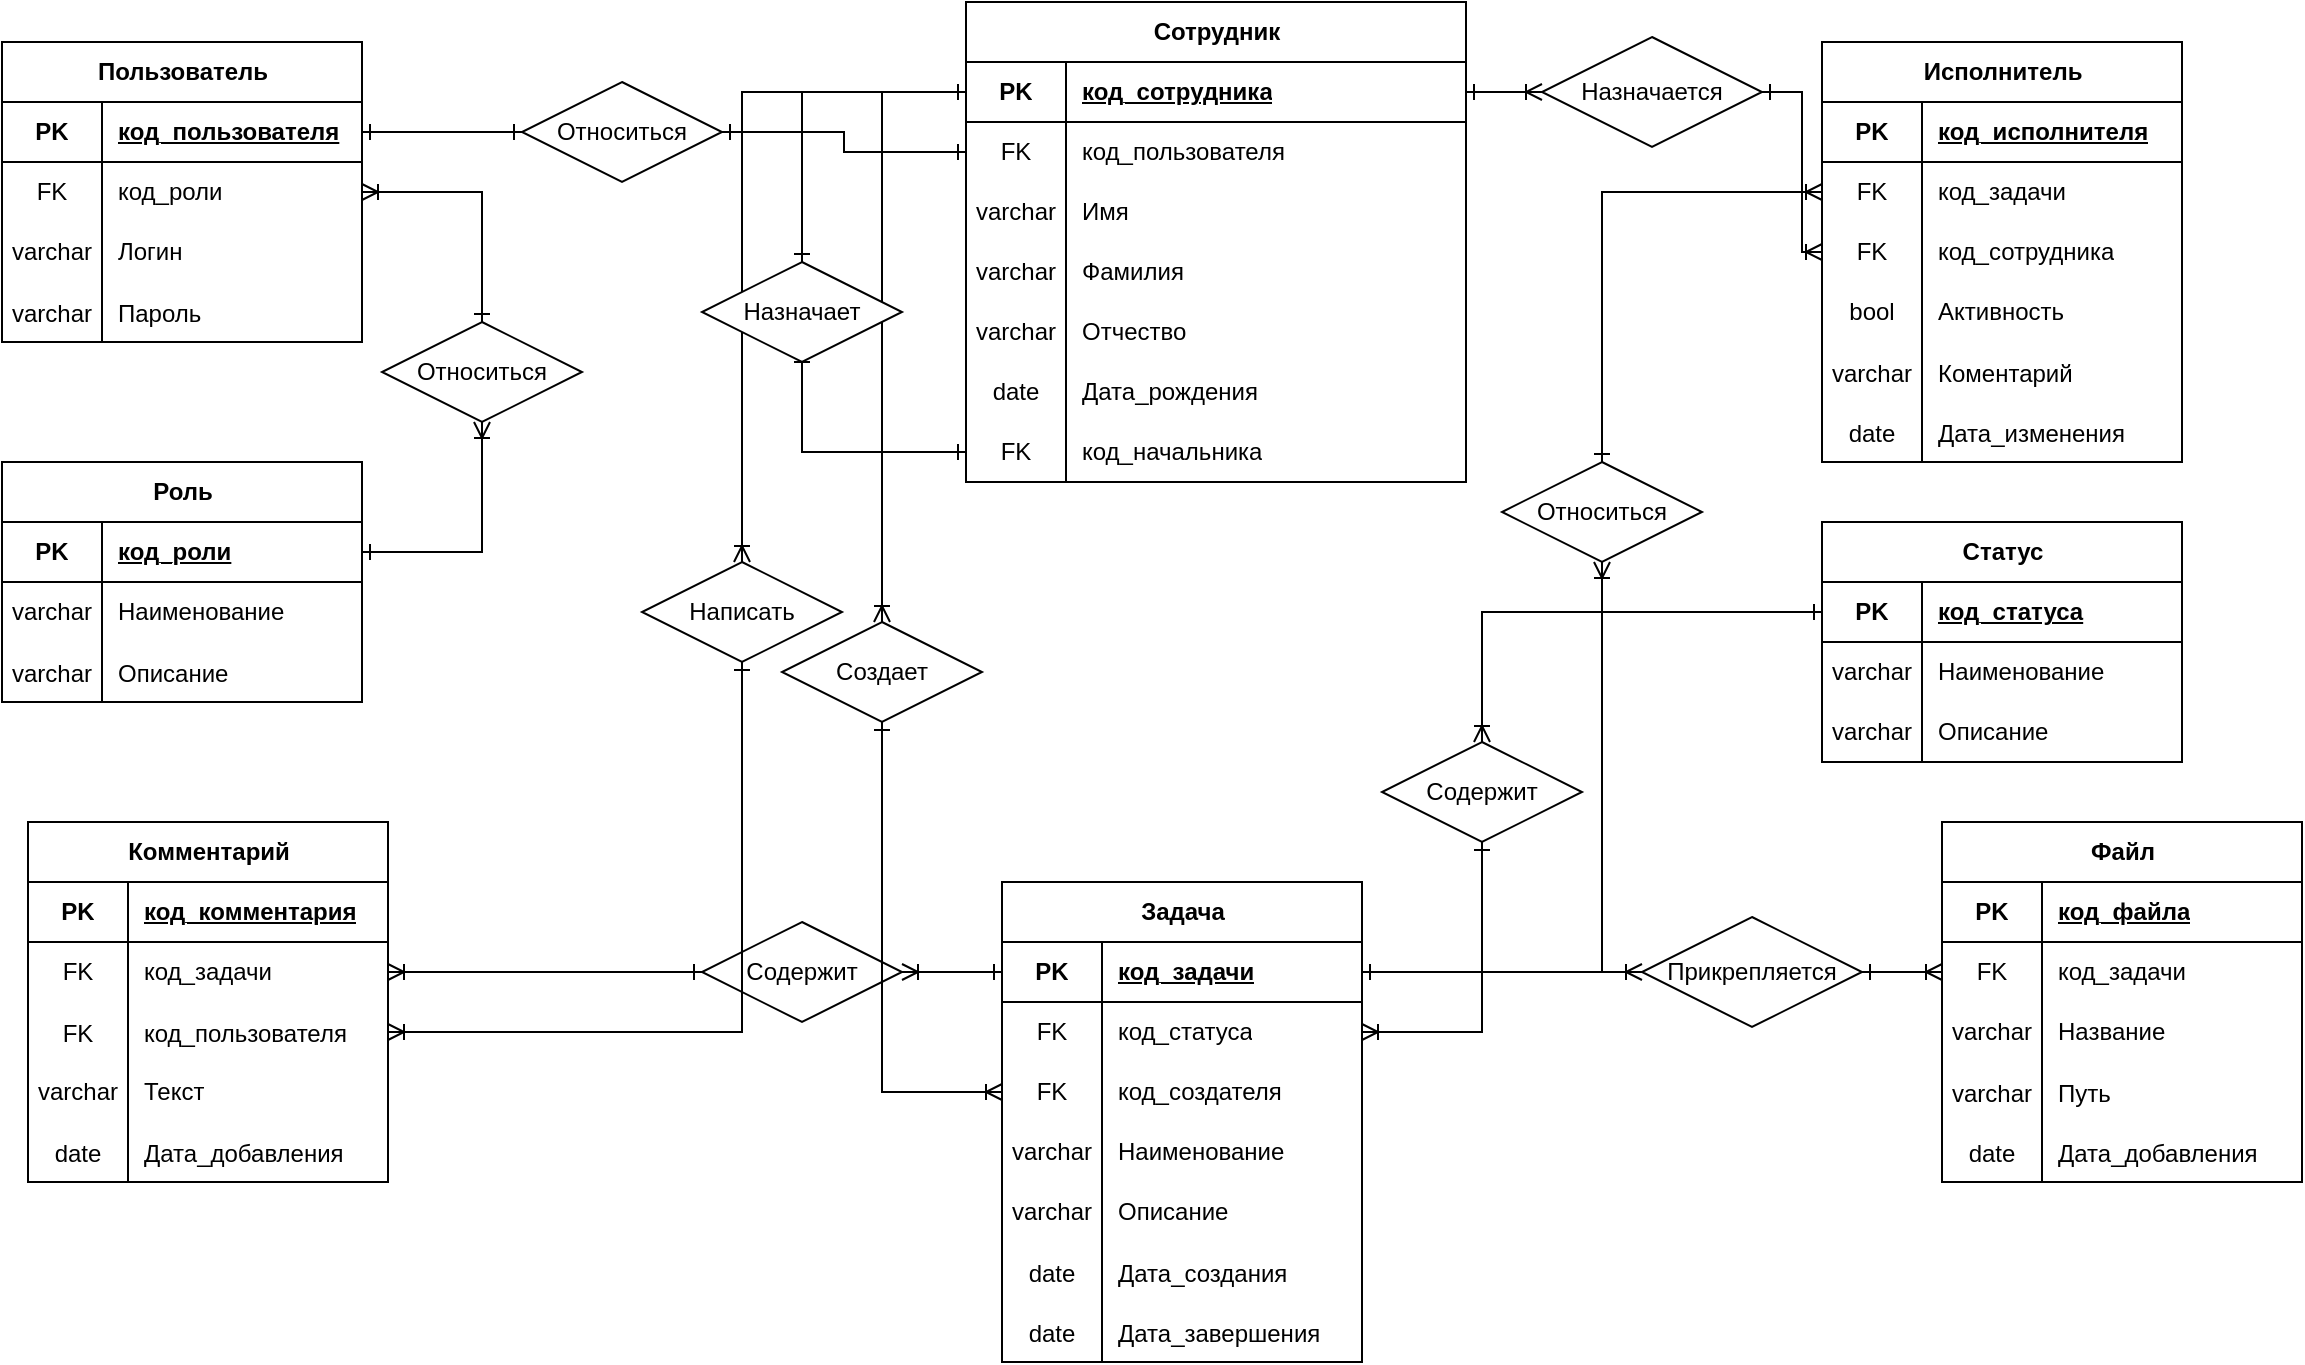
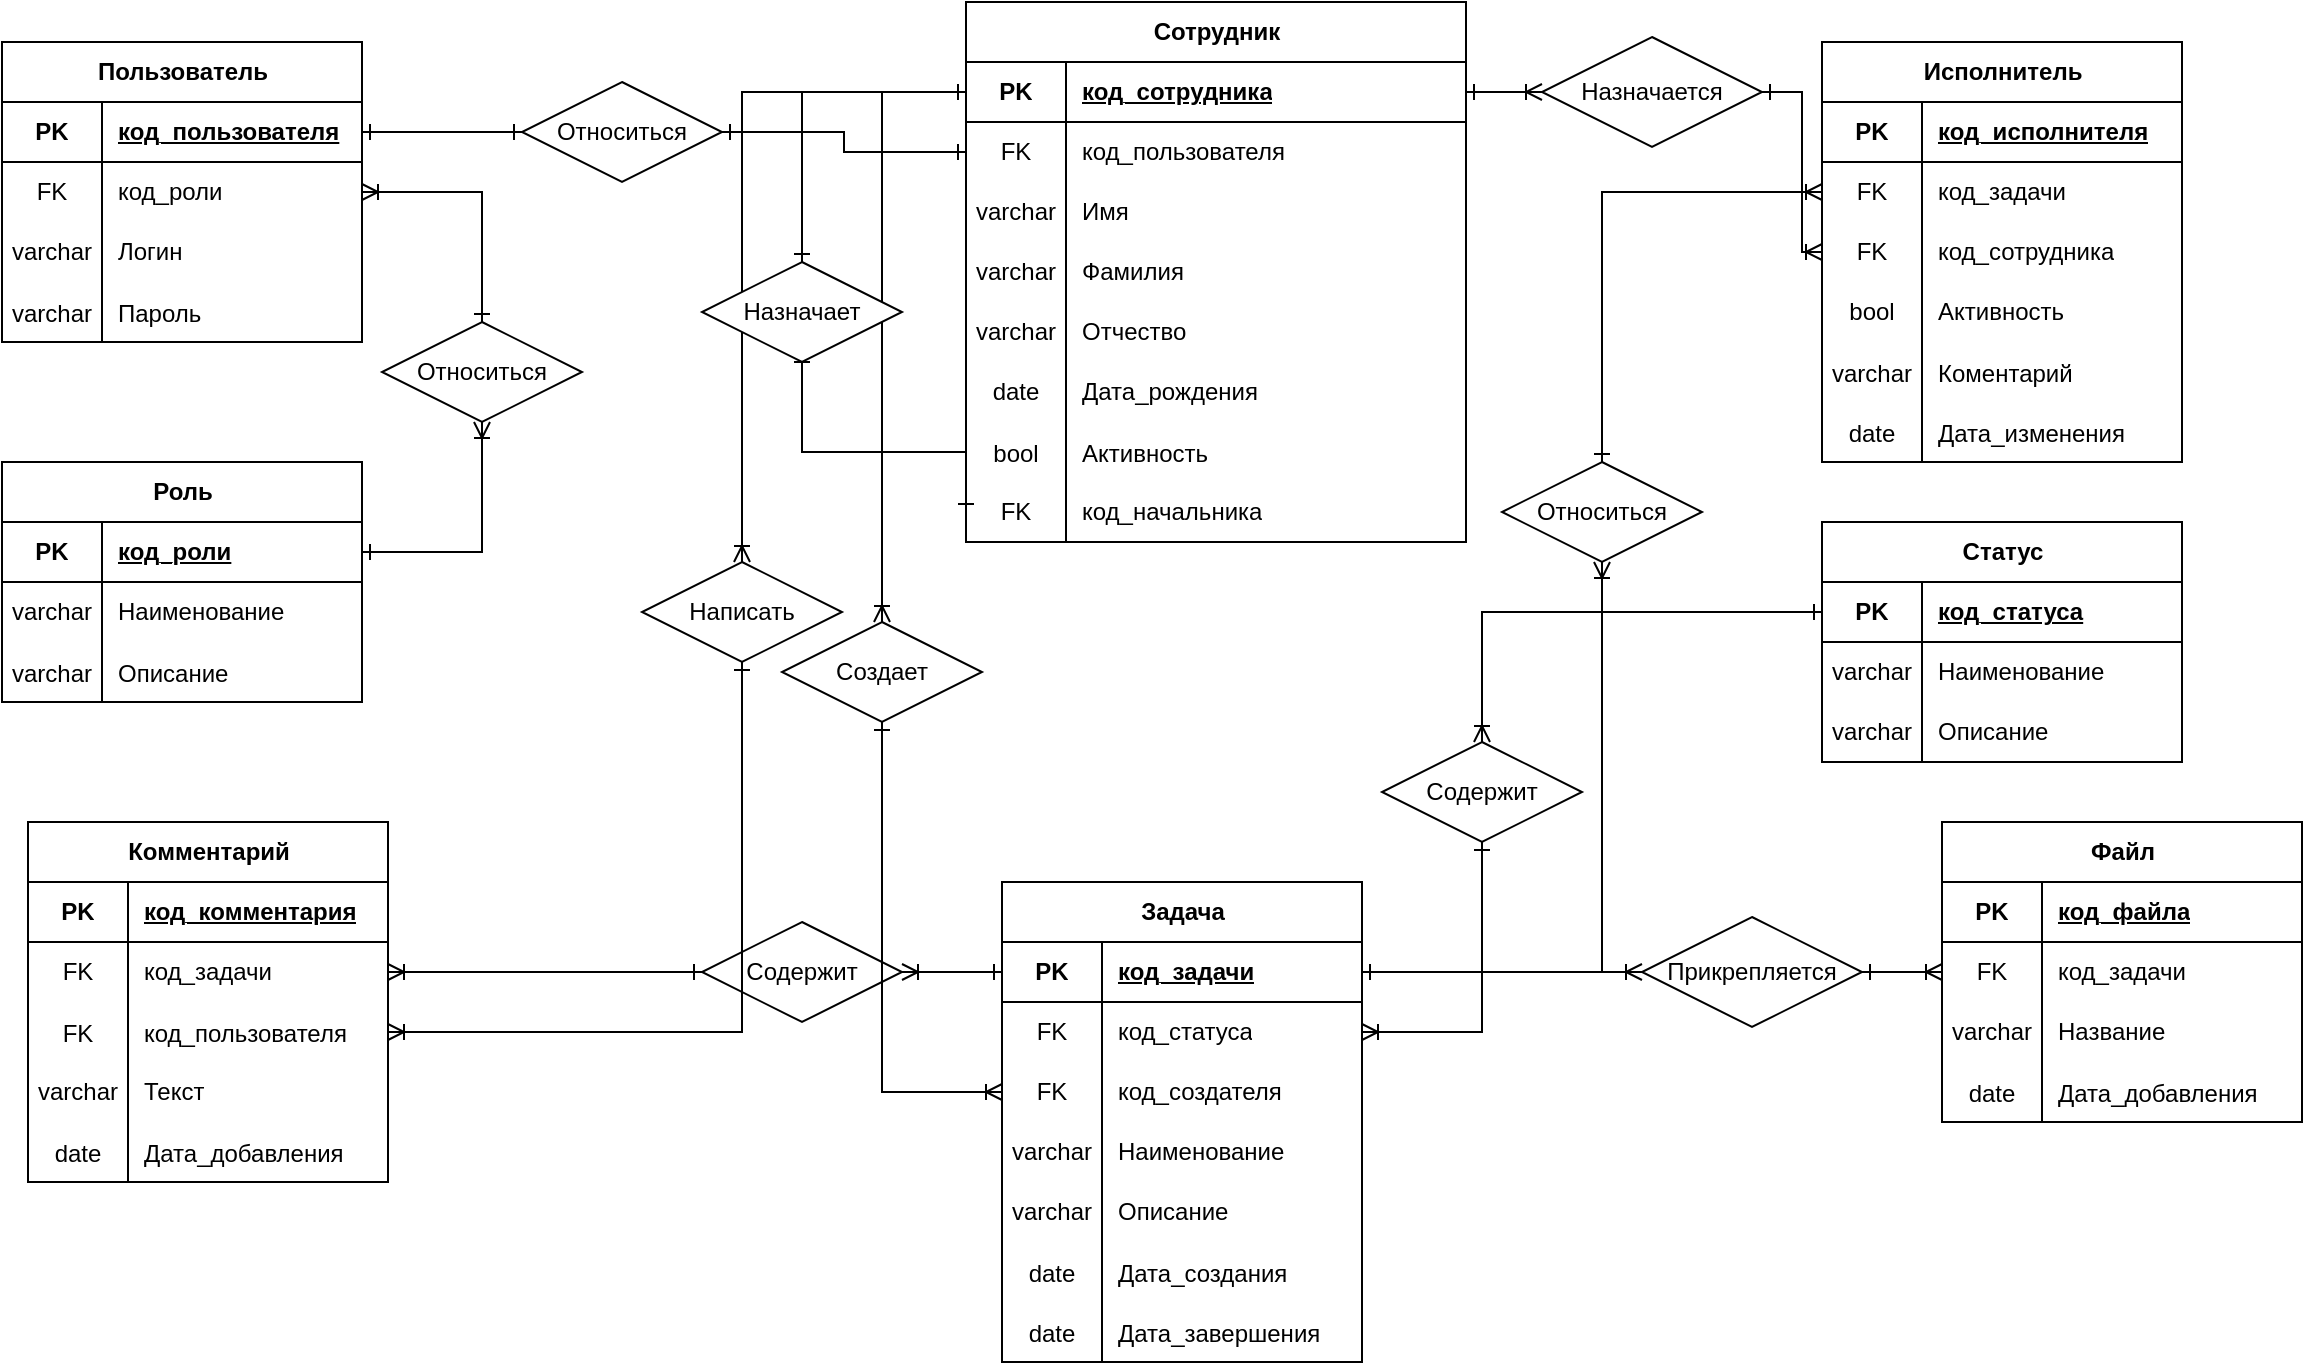
- <mxfile host="Electron" agent="Mozilla/5.0 (Windows NT 10.0; Win64; x64) AppleWebKit/537.36 (KHTML, like Gecko) draw.io/29.3.0 Chrome/140.0.7339.249 Electron/38.7.2 Safari/537.36" version="29.3.0">
+ <mxfile host="Electron" agent="Mozilla/5.0 (Windows NT 10.0; Win64; x64) AppleWebKit/537.36 (KHTML, like Gecko) draw.io/29.6.6 Chrome/144.0.7559.236 Electron/40.8.4 Safari/537.36" version="29.6.6">
  <diagram name="Страница — 1" id="Rx6KbzeKCpEhSWQGRONi">
-     <mxGraphModel dx="3081" dy="849" grid="1" gridSize="10" guides="1" tooltips="1" connect="1" arrows="1" fold="1" page="1" pageScale="1" pageWidth="827" pageHeight="1169" math="0" shadow="0">
+     <mxGraphModel dx="2305" dy="807" grid="1" gridSize="10" guides="1" tooltips="1" connect="1" arrows="1" fold="1" page="1" pageScale="1" pageWidth="827" pageHeight="1169" math="0" shadow="0">
      <root>
        <mxCell id="0" />
        <mxCell id="1" parent="0" />
        <mxCell id="FXrU8CSIF7nw4R76zsWp-1" parent="1" style="shape=table;startSize=30;container=1;collapsible=1;childLayout=tableLayout;fixedRows=1;rowLines=0;fontStyle=1;align=center;resizeLast=1;html=1;labelBackgroundColor=none;" value="Сотрудник" vertex="1">
-           <mxGeometry height="240" width="250" x="-538" y="10" as="geometry" />
+           <mxGeometry height="270" width="250" x="-538" y="10" as="geometry" />
        </mxCell>
        <mxCell id="FXrU8CSIF7nw4R76zsWp-2" parent="FXrU8CSIF7nw4R76zsWp-1" style="shape=tableRow;horizontal=0;startSize=0;swimlaneHead=0;swimlaneBody=0;fillColor=none;collapsible=0;dropTarget=0;points=[[0,0.5],[1,0.5]];portConstraint=eastwest;top=0;left=0;right=0;bottom=1;labelBackgroundColor=none;" value="" vertex="1">
          <mxGeometry height="30" width="250" y="30" as="geometry" />
        </mxCell>
        <mxCell id="FXrU8CSIF7nw4R76zsWp-3" parent="FXrU8CSIF7nw4R76zsWp-2" style="shape=partialRectangle;connectable=0;fillColor=none;top=0;left=0;bottom=0;right=0;fontStyle=1;overflow=hidden;whiteSpace=wrap;html=1;labelBackgroundColor=none;" value="PK" vertex="1">
          <mxGeometry height="30" width="50" as="geometry">
            <mxRectangle height="30" width="50" as="alternateBounds" />
          </mxGeometry>
        </mxCell>
        <mxCell id="FXrU8CSIF7nw4R76zsWp-4" parent="FXrU8CSIF7nw4R76zsWp-2" style="shape=partialRectangle;connectable=0;fillColor=none;top=0;left=0;bottom=0;right=0;align=left;spacingLeft=6;fontStyle=5;overflow=hidden;whiteSpace=wrap;html=1;labelBackgroundColor=none;" value="код_сотрудника" vertex="1">
          <mxGeometry height="30" width="200" x="50" as="geometry">
            <mxRectangle height="30" width="200" as="alternateBounds" />
          </mxGeometry>
        </mxCell>
        <mxCell id="K_P6Ighx77Cm5eVgsR0t-1" parent="FXrU8CSIF7nw4R76zsWp-1" style="shape=tableRow;horizontal=0;startSize=0;swimlaneHead=0;swimlaneBody=0;fillColor=none;collapsible=0;dropTarget=0;points=[[0,0.5],[1,0.5]];portConstraint=eastwest;top=0;left=0;right=0;bottom=0;" value="" vertex="1">
          <mxGeometry height="30" width="250" y="60" as="geometry" />
        </mxCell>
        <mxCell id="K_P6Ighx77Cm5eVgsR0t-2" parent="K_P6Ighx77Cm5eVgsR0t-1" style="shape=partialRectangle;connectable=0;fillColor=none;top=0;left=0;bottom=0;right=0;fontStyle=0;overflow=hidden;whiteSpace=wrap;html=1;" value="FK" vertex="1">
          <mxGeometry height="30" width="50" as="geometry">
            <mxRectangle height="30" width="50" as="alternateBounds" />
          </mxGeometry>
        </mxCell>
        <mxCell id="K_P6Ighx77Cm5eVgsR0t-3" parent="K_P6Ighx77Cm5eVgsR0t-1" style="shape=partialRectangle;connectable=0;fillColor=none;top=0;left=0;bottom=0;right=0;align=left;spacingLeft=6;fontStyle=0;overflow=hidden;whiteSpace=wrap;html=1;" value="код_пользователя" vertex="1">
          <mxGeometry height="30" width="200" x="50" as="geometry">
            <mxRectangle height="30" width="200" as="alternateBounds" />
          </mxGeometry>
        </mxCell>
        <mxCell id="FXrU8CSIF7nw4R76zsWp-5" parent="FXrU8CSIF7nw4R76zsWp-1" style="shape=tableRow;horizontal=0;startSize=0;swimlaneHead=0;swimlaneBody=0;fillColor=none;collapsible=0;dropTarget=0;points=[[0,0.5],[1,0.5]];portConstraint=eastwest;top=0;left=0;right=0;bottom=0;labelBackgroundColor=none;" value="" vertex="1">
          <mxGeometry height="30" width="250" y="90" as="geometry" />
        </mxCell>
        <mxCell id="FXrU8CSIF7nw4R76zsWp-6" parent="FXrU8CSIF7nw4R76zsWp-5" style="shape=partialRectangle;connectable=0;fillColor=none;top=0;left=0;bottom=0;right=0;editable=1;overflow=hidden;whiteSpace=wrap;html=1;labelBackgroundColor=none;" value="varchar" vertex="1">
          <mxGeometry height="30" width="50" as="geometry">
            <mxRectangle height="30" width="50" as="alternateBounds" />
          </mxGeometry>
        </mxCell>
        <mxCell id="FXrU8CSIF7nw4R76zsWp-7" parent="FXrU8CSIF7nw4R76zsWp-5" style="shape=partialRectangle;connectable=0;fillColor=none;top=0;left=0;bottom=0;right=0;align=left;spacingLeft=6;overflow=hidden;whiteSpace=wrap;html=1;labelBackgroundColor=none;" value="Имя" vertex="1">
          <mxGeometry height="30" width="200" x="50" as="geometry">
            <mxRectangle height="30" width="200" as="alternateBounds" />
          </mxGeometry>
        </mxCell>
        <mxCell id="FXrU8CSIF7nw4R76zsWp-8" parent="FXrU8CSIF7nw4R76zsWp-1" style="shape=tableRow;horizontal=0;startSize=0;swimlaneHead=0;swimlaneBody=0;fillColor=none;collapsible=0;dropTarget=0;points=[[0,0.5],[1,0.5]];portConstraint=eastwest;top=0;left=0;right=0;bottom=0;labelBackgroundColor=none;" value="" vertex="1">
          <mxGeometry height="30" width="250" y="120" as="geometry" />
        </mxCell>
        <mxCell id="FXrU8CSIF7nw4R76zsWp-9" parent="FXrU8CSIF7nw4R76zsWp-8" style="shape=partialRectangle;connectable=0;fillColor=none;top=0;left=0;bottom=0;right=0;editable=1;overflow=hidden;whiteSpace=wrap;html=1;labelBackgroundColor=none;" value="varchar" vertex="1">
          <mxGeometry height="30" width="50" as="geometry">
            <mxRectangle height="30" width="50" as="alternateBounds" />
          </mxGeometry>
        </mxCell>
        <mxCell id="FXrU8CSIF7nw4R76zsWp-10" parent="FXrU8CSIF7nw4R76zsWp-8" style="shape=partialRectangle;connectable=0;fillColor=none;top=0;left=0;bottom=0;right=0;align=left;spacingLeft=6;overflow=hidden;whiteSpace=wrap;html=1;labelBackgroundColor=none;" value="Фамилия" vertex="1">
          <mxGeometry height="30" width="200" x="50" as="geometry">
            <mxRectangle height="30" width="200" as="alternateBounds" />
          </mxGeometry>
        </mxCell>
        <mxCell id="FXrU8CSIF7nw4R76zsWp-11" parent="FXrU8CSIF7nw4R76zsWp-1" style="shape=tableRow;horizontal=0;startSize=0;swimlaneHead=0;swimlaneBody=0;fillColor=none;collapsible=0;dropTarget=0;points=[[0,0.5],[1,0.5]];portConstraint=eastwest;top=0;left=0;right=0;bottom=0;labelBackgroundColor=none;" value="" vertex="1">
          <mxGeometry height="30" width="250" y="150" as="geometry" />
        </mxCell>
        <mxCell id="FXrU8CSIF7nw4R76zsWp-12" parent="FXrU8CSIF7nw4R76zsWp-11" style="shape=partialRectangle;connectable=0;fillColor=none;top=0;left=0;bottom=0;right=0;editable=1;overflow=hidden;whiteSpace=wrap;html=1;labelBackgroundColor=none;" value="varchar" vertex="1">
          <mxGeometry height="30" width="50" as="geometry">
            <mxRectangle height="30" width="50" as="alternateBounds" />
          </mxGeometry>
        </mxCell>
        <mxCell id="FXrU8CSIF7nw4R76zsWp-13" parent="FXrU8CSIF7nw4R76zsWp-11" style="shape=partialRectangle;connectable=0;fillColor=none;top=0;left=0;bottom=0;right=0;align=left;spacingLeft=6;overflow=hidden;whiteSpace=wrap;html=1;labelBackgroundColor=none;" value="Отчество" vertex="1">
          <mxGeometry height="30" width="200" x="50" as="geometry">
            <mxRectangle height="30" width="200" as="alternateBounds" />
          </mxGeometry>
        </mxCell>
        <mxCell id="umB_ycvWySBp3vWqX7pD-1" parent="FXrU8CSIF7nw4R76zsWp-1" style="shape=tableRow;horizontal=0;startSize=0;swimlaneHead=0;swimlaneBody=0;fillColor=none;collapsible=0;dropTarget=0;points=[[0,0.5],[1,0.5]];portConstraint=eastwest;top=0;left=0;right=0;bottom=0;" value="" vertex="1">
          <mxGeometry height="30" width="250" y="180" as="geometry" />
        </mxCell>
        <mxCell id="umB_ycvWySBp3vWqX7pD-2" parent="umB_ycvWySBp3vWqX7pD-1" style="shape=partialRectangle;connectable=0;fillColor=none;top=0;left=0;bottom=0;right=0;fontStyle=0;overflow=hidden;whiteSpace=wrap;html=1;" value="date" vertex="1">
          <mxGeometry height="30" width="50" as="geometry">
            <mxRectangle height="30" width="50" as="alternateBounds" />
          </mxGeometry>
        </mxCell>
        <mxCell id="umB_ycvWySBp3vWqX7pD-3" parent="umB_ycvWySBp3vWqX7pD-1" style="shape=partialRectangle;connectable=0;fillColor=none;top=0;left=0;bottom=0;right=0;align=left;spacingLeft=6;fontStyle=0;overflow=hidden;whiteSpace=wrap;html=1;" value="Дата_рождения" vertex="1">
          <mxGeometry height="30" width="200" x="50" as="geometry">
            <mxRectangle height="30" width="200" as="alternateBounds" />
          </mxGeometry>
        </mxCell>
+         <mxCell id="yw8Oq1XXsBM6FxXLaxiN-1" parent="FXrU8CSIF7nw4R76zsWp-1" style="shape=tableRow;horizontal=0;startSize=0;swimlaneHead=0;swimlaneBody=0;fillColor=none;collapsible=0;dropTarget=0;points=[[0,0.5],[1,0.5]];portConstraint=eastwest;top=0;left=0;right=0;bottom=0;" value="" vertex="1">
+           <mxGeometry height="30" width="250" y="210" as="geometry" />
+         </mxCell>
+         <mxCell id="yw8Oq1XXsBM6FxXLaxiN-2" parent="yw8Oq1XXsBM6FxXLaxiN-1" style="shape=partialRectangle;connectable=0;fillColor=none;top=0;left=0;bottom=0;right=0;editable=1;overflow=hidden;" value="bool" vertex="1">
+           <mxGeometry height="30" width="50" as="geometry">
+             <mxRectangle height="30" width="50" as="alternateBounds" />
+           </mxGeometry>
+         </mxCell>
+         <mxCell id="yw8Oq1XXsBM6FxXLaxiN-3" parent="yw8Oq1XXsBM6FxXLaxiN-1" style="shape=partialRectangle;connectable=0;fillColor=none;top=0;left=0;bottom=0;right=0;align=left;spacingLeft=6;overflow=hidden;" value="Активность" vertex="1">
+           <mxGeometry height="30" width="200" x="50" as="geometry">
+             <mxRectangle height="30" width="200" as="alternateBounds" />
+           </mxGeometry>
+         </mxCell>
        <mxCell id="tMV_pErmYdHVp-2iAUo3-7" parent="FXrU8CSIF7nw4R76zsWp-1" style="shape=tableRow;horizontal=0;startSize=0;swimlaneHead=0;swimlaneBody=0;fillColor=none;collapsible=0;dropTarget=0;points=[[0,0.5],[1,0.5]];portConstraint=eastwest;top=0;left=0;right=0;bottom=0;" value="" vertex="1">
-           <mxGeometry height="30" width="250" y="210" as="geometry" />
+           <mxGeometry height="30" width="250" y="240" as="geometry" />
        </mxCell>
        <mxCell id="tMV_pErmYdHVp-2iAUo3-8" parent="tMV_pErmYdHVp-2iAUo3-7" style="shape=partialRectangle;connectable=0;fillColor=none;top=0;left=0;bottom=0;right=0;fontStyle=0;overflow=hidden;whiteSpace=wrap;html=1;" value="FK" vertex="1">
          <mxGeometry height="30" width="50" as="geometry">
            <mxRectangle height="30" width="50" as="alternateBounds" />
          </mxGeometry>
        </mxCell>
        <mxCell id="tMV_pErmYdHVp-2iAUo3-9" parent="tMV_pErmYdHVp-2iAUo3-7" style="shape=partialRectangle;connectable=0;fillColor=none;top=0;left=0;bottom=0;right=0;align=left;spacingLeft=6;fontStyle=0;overflow=hidden;whiteSpace=wrap;html=1;" value="код_начальника" vertex="1">
          <mxGeometry height="30" width="200" x="50" as="geometry">
            <mxRectangle height="30" width="200" as="alternateBounds" />
          </mxGeometry>
        </mxCell>
        <mxCell id="FXrU8CSIF7nw4R76zsWp-14" parent="1" style="shape=table;startSize=30;container=1;collapsible=1;childLayout=tableLayout;fixedRows=1;rowLines=0;fontStyle=1;align=center;resizeLast=1;html=1;labelBackgroundColor=none;" value="Роль" vertex="1">
          <mxGeometry height="120" width="180" x="-1020" y="240" as="geometry" />
        </mxCell>
        <mxCell id="FXrU8CSIF7nw4R76zsWp-15" parent="FXrU8CSIF7nw4R76zsWp-14" style="shape=tableRow;horizontal=0;startSize=0;swimlaneHead=0;swimlaneBody=0;fillColor=none;collapsible=0;dropTarget=0;points=[[0,0.5],[1,0.5]];portConstraint=eastwest;top=0;left=0;right=0;bottom=1;labelBackgroundColor=none;" value="" vertex="1">
          <mxGeometry height="30" width="180" y="30" as="geometry" />
        </mxCell>
        <mxCell id="FXrU8CSIF7nw4R76zsWp-16" parent="FXrU8CSIF7nw4R76zsWp-15" style="shape=partialRectangle;connectable=0;fillColor=none;top=0;left=0;bottom=0;right=0;fontStyle=1;overflow=hidden;whiteSpace=wrap;html=1;labelBackgroundColor=none;" value="PK" vertex="1">
          <mxGeometry height="30" width="50" as="geometry">
            <mxRectangle height="30" width="50" as="alternateBounds" />
          </mxGeometry>
        </mxCell>
        <mxCell id="FXrU8CSIF7nw4R76zsWp-17" parent="FXrU8CSIF7nw4R76zsWp-15" style="shape=partialRectangle;connectable=0;fillColor=none;top=0;left=0;bottom=0;right=0;align=left;spacingLeft=6;fontStyle=5;overflow=hidden;whiteSpace=wrap;html=1;labelBackgroundColor=none;" value="код_роли" vertex="1">
          <mxGeometry height="30" width="130" x="50" as="geometry">
            <mxRectangle height="30" width="130" as="alternateBounds" />
          </mxGeometry>
        </mxCell>
        <mxCell id="FXrU8CSIF7nw4R76zsWp-18" parent="FXrU8CSIF7nw4R76zsWp-14" style="shape=tableRow;horizontal=0;startSize=0;swimlaneHead=0;swimlaneBody=0;fillColor=none;collapsible=0;dropTarget=0;points=[[0,0.5],[1,0.5]];portConstraint=eastwest;top=0;left=0;right=0;bottom=0;labelBackgroundColor=none;" value="" vertex="1">
          <mxGeometry height="30" width="180" y="60" as="geometry" />
        </mxCell>
        <mxCell id="FXrU8CSIF7nw4R76zsWp-19" parent="FXrU8CSIF7nw4R76zsWp-18" style="shape=partialRectangle;connectable=0;fillColor=none;top=0;left=0;bottom=0;right=0;editable=1;overflow=hidden;whiteSpace=wrap;html=1;labelBackgroundColor=none;" value="varchar" vertex="1">
          <mxGeometry height="30" width="50" as="geometry">
            <mxRectangle height="30" width="50" as="alternateBounds" />
          </mxGeometry>
        </mxCell>
        <mxCell id="FXrU8CSIF7nw4R76zsWp-20" parent="FXrU8CSIF7nw4R76zsWp-18" style="shape=partialRectangle;connectable=0;fillColor=none;top=0;left=0;bottom=0;right=0;align=left;spacingLeft=6;overflow=hidden;whiteSpace=wrap;html=1;labelBackgroundColor=none;" value="Наименование" vertex="1">
          <mxGeometry height="30" width="130" x="50" as="geometry">
            <mxRectangle height="30" width="130" as="alternateBounds" />
          </mxGeometry>
        </mxCell>
        <mxCell id="11T7EKwuIjlXVujciV5u-85" parent="FXrU8CSIF7nw4R76zsWp-14" style="shape=tableRow;horizontal=0;startSize=0;swimlaneHead=0;swimlaneBody=0;fillColor=none;collapsible=0;dropTarget=0;points=[[0,0.5],[1,0.5]];portConstraint=eastwest;top=0;left=0;right=0;bottom=0;labelBackgroundColor=none;" value="" vertex="1">
          <mxGeometry height="30" width="180" y="90" as="geometry" />
        </mxCell>
        <mxCell id="11T7EKwuIjlXVujciV5u-86" parent="11T7EKwuIjlXVujciV5u-85" style="shape=partialRectangle;connectable=0;fillColor=none;top=0;left=0;bottom=0;right=0;editable=1;overflow=hidden;labelBackgroundColor=none;" value="varchar" vertex="1">
          <mxGeometry height="30" width="50" as="geometry">
            <mxRectangle height="30" width="50" as="alternateBounds" />
          </mxGeometry>
        </mxCell>
        <mxCell id="11T7EKwuIjlXVujciV5u-87" parent="11T7EKwuIjlXVujciV5u-85" style="shape=partialRectangle;connectable=0;fillColor=none;top=0;left=0;bottom=0;right=0;align=left;spacingLeft=6;overflow=hidden;labelBackgroundColor=none;" value="Описание" vertex="1">
          <mxGeometry height="30" width="130" x="50" as="geometry">
            <mxRectangle height="30" width="130" as="alternateBounds" />
          </mxGeometry>
        </mxCell>
        <mxCell id="GSTwLpNKeHWOF6I5rQQg-7" parent="1" style="shape=table;startSize=30;container=1;collapsible=1;childLayout=tableLayout;fixedRows=1;rowLines=0;fontStyle=1;align=center;resizeLast=1;html=1;labelBackgroundColor=none;" value="Пользователь" vertex="1">
          <mxGeometry height="150" width="180" x="-1020" y="30" as="geometry" />
        </mxCell>
        <mxCell id="GSTwLpNKeHWOF6I5rQQg-8" parent="GSTwLpNKeHWOF6I5rQQg-7" style="shape=tableRow;horizontal=0;startSize=0;swimlaneHead=0;swimlaneBody=0;fillColor=none;collapsible=0;dropTarget=0;points=[[0,0.5],[1,0.5]];portConstraint=eastwest;top=0;left=0;right=0;bottom=1;labelBackgroundColor=none;" value="" vertex="1">
          <mxGeometry height="30" width="180" y="30" as="geometry" />
        </mxCell>
        <mxCell id="GSTwLpNKeHWOF6I5rQQg-9" parent="GSTwLpNKeHWOF6I5rQQg-8" style="shape=partialRectangle;connectable=0;fillColor=none;top=0;left=0;bottom=0;right=0;fontStyle=1;overflow=hidden;whiteSpace=wrap;html=1;labelBackgroundColor=none;" value="PK" vertex="1">
          <mxGeometry height="30" width="50" as="geometry">
            <mxRectangle height="30" width="50" as="alternateBounds" />
          </mxGeometry>
        </mxCell>
        <mxCell id="GSTwLpNKeHWOF6I5rQQg-10" parent="GSTwLpNKeHWOF6I5rQQg-8" style="shape=partialRectangle;connectable=0;fillColor=none;top=0;left=0;bottom=0;right=0;align=left;spacingLeft=6;fontStyle=5;overflow=hidden;whiteSpace=wrap;html=1;labelBackgroundColor=none;" value="код_пользователя" vertex="1">
          <mxGeometry height="30" width="130" x="50" as="geometry">
            <mxRectangle height="30" width="130" as="alternateBounds" />
          </mxGeometry>
        </mxCell>
        <mxCell id="tMV_pErmYdHVp-2iAUo3-24" parent="GSTwLpNKeHWOF6I5rQQg-7" style="shape=tableRow;horizontal=0;startSize=0;swimlaneHead=0;swimlaneBody=0;fillColor=none;collapsible=0;dropTarget=0;points=[[0,0.5],[1,0.5]];portConstraint=eastwest;top=0;left=0;right=0;bottom=0;" value="" vertex="1">
          <mxGeometry height="30" width="180" y="60" as="geometry" />
        </mxCell>
        <mxCell id="tMV_pErmYdHVp-2iAUo3-25" parent="tMV_pErmYdHVp-2iAUo3-24" style="shape=partialRectangle;connectable=0;fillColor=none;top=0;left=0;bottom=0;right=0;fontStyle=0;overflow=hidden;whiteSpace=wrap;html=1;" value="FK" vertex="1">
          <mxGeometry height="30" width="50" as="geometry">
            <mxRectangle height="30" width="50" as="alternateBounds" />
          </mxGeometry>
        </mxCell>
        <mxCell id="tMV_pErmYdHVp-2iAUo3-26" parent="tMV_pErmYdHVp-2iAUo3-24" style="shape=partialRectangle;connectable=0;fillColor=none;top=0;left=0;bottom=0;right=0;align=left;spacingLeft=6;fontStyle=0;overflow=hidden;whiteSpace=wrap;html=1;" value="код_роли" vertex="1">
          <mxGeometry height="30" width="130" x="50" as="geometry">
            <mxRectangle height="30" width="130" as="alternateBounds" />
          </mxGeometry>
        </mxCell>
        <mxCell id="GSTwLpNKeHWOF6I5rQQg-14" parent="GSTwLpNKeHWOF6I5rQQg-7" style="shape=tableRow;horizontal=0;startSize=0;swimlaneHead=0;swimlaneBody=0;fillColor=none;collapsible=0;dropTarget=0;points=[[0,0.5],[1,0.5]];portConstraint=eastwest;top=0;left=0;right=0;bottom=0;labelBackgroundColor=none;" value="" vertex="1">
          <mxGeometry height="30" width="180" y="90" as="geometry" />
        </mxCell>
        <mxCell id="GSTwLpNKeHWOF6I5rQQg-15" parent="GSTwLpNKeHWOF6I5rQQg-14" style="shape=partialRectangle;connectable=0;fillColor=none;top=0;left=0;bottom=0;right=0;fontStyle=0;overflow=hidden;whiteSpace=wrap;html=1;labelBackgroundColor=none;" value="varchar" vertex="1">
          <mxGeometry height="30" width="50" as="geometry">
            <mxRectangle height="30" width="50" as="alternateBounds" />
          </mxGeometry>
        </mxCell>
        <mxCell id="GSTwLpNKeHWOF6I5rQQg-16" parent="GSTwLpNKeHWOF6I5rQQg-14" style="shape=partialRectangle;connectable=0;fillColor=none;top=0;left=0;bottom=0;right=0;align=left;spacingLeft=6;fontStyle=0;overflow=hidden;whiteSpace=wrap;html=1;labelBackgroundColor=none;" value="Логин" vertex="1">
          <mxGeometry height="30" width="130" x="50" as="geometry">
            <mxRectangle height="30" width="130" as="alternateBounds" />
          </mxGeometry>
        </mxCell>
        <mxCell id="GSTwLpNKeHWOF6I5rQQg-26" parent="GSTwLpNKeHWOF6I5rQQg-7" style="shape=tableRow;horizontal=0;startSize=0;swimlaneHead=0;swimlaneBody=0;fillColor=none;collapsible=0;dropTarget=0;points=[[0,0.5],[1,0.5]];portConstraint=eastwest;top=0;left=0;right=0;bottom=0;labelBackgroundColor=none;" value="" vertex="1">
          <mxGeometry height="30" width="180" y="120" as="geometry" />
        </mxCell>
        <mxCell id="GSTwLpNKeHWOF6I5rQQg-27" parent="GSTwLpNKeHWOF6I5rQQg-26" style="shape=partialRectangle;connectable=0;fillColor=none;top=0;left=0;bottom=0;right=0;editable=1;overflow=hidden;labelBackgroundColor=none;" value="varchar" vertex="1">
          <mxGeometry height="30" width="50" as="geometry">
            <mxRectangle height="30" width="50" as="alternateBounds" />
          </mxGeometry>
        </mxCell>
        <mxCell id="GSTwLpNKeHWOF6I5rQQg-28" parent="GSTwLpNKeHWOF6I5rQQg-26" style="shape=partialRectangle;connectable=0;fillColor=none;top=0;left=0;bottom=0;right=0;align=left;spacingLeft=6;overflow=hidden;labelBackgroundColor=none;" value="Пароль" vertex="1">
          <mxGeometry height="30" width="130" x="50" as="geometry">
            <mxRectangle height="30" width="130" as="alternateBounds" />
          </mxGeometry>
        </mxCell>
        <mxCell id="K_P6Ighx77Cm5eVgsR0t-4" edge="1" parent="1" source="hsjFoKebRktLXEpQ3dCS-3" style="edgeStyle=orthogonalEdgeStyle;rounded=0;orthogonalLoop=1;jettySize=auto;html=1;exitX=1;exitY=0.5;exitDx=0;exitDy=0;startArrow=ERone;startFill=0;endArrow=ERone;endFill=0;" target="K_P6Ighx77Cm5eVgsR0t-1">
          <mxGeometry relative="1" as="geometry" />
        </mxCell>
        <mxCell id="K_P6Ighx77Cm5eVgsR0t-8" parent="1" style="shape=table;startSize=30;container=1;collapsible=1;childLayout=tableLayout;fixedRows=1;rowLines=0;fontStyle=1;align=center;resizeLast=1;html=1;labelBackgroundColor=none;" value="Задача" vertex="1">
          <mxGeometry height="240" width="180" x="-520" y="450" as="geometry" />
        </mxCell>
        <mxCell id="K_P6Ighx77Cm5eVgsR0t-9" parent="K_P6Ighx77Cm5eVgsR0t-8" style="shape=tableRow;horizontal=0;startSize=0;swimlaneHead=0;swimlaneBody=0;fillColor=none;collapsible=0;dropTarget=0;points=[[0,0.5],[1,0.5]];portConstraint=eastwest;top=0;left=0;right=0;bottom=1;labelBackgroundColor=none;" value="" vertex="1">
          <mxGeometry height="30" width="180" y="30" as="geometry" />
        </mxCell>
        <mxCell id="K_P6Ighx77Cm5eVgsR0t-10" parent="K_P6Ighx77Cm5eVgsR0t-9" style="shape=partialRectangle;connectable=0;fillColor=none;top=0;left=0;bottom=0;right=0;fontStyle=1;overflow=hidden;whiteSpace=wrap;html=1;labelBackgroundColor=none;" value="PK" vertex="1">
          <mxGeometry height="30" width="50" as="geometry">
            <mxRectangle height="30" width="50" as="alternateBounds" />
          </mxGeometry>
        </mxCell>
        <mxCell id="K_P6Ighx77Cm5eVgsR0t-11" parent="K_P6Ighx77Cm5eVgsR0t-9" style="shape=partialRectangle;connectable=0;fillColor=none;top=0;left=0;bottom=0;right=0;align=left;spacingLeft=6;fontStyle=5;overflow=hidden;whiteSpace=wrap;html=1;labelBackgroundColor=none;" value="код_задачи" vertex="1">
          <mxGeometry height="30" width="130" x="50" as="geometry">
            <mxRectangle height="30" width="130" as="alternateBounds" />
          </mxGeometry>
        </mxCell>
        <mxCell id="K_P6Ighx77Cm5eVgsR0t-24" parent="K_P6Ighx77Cm5eVgsR0t-8" style="shape=tableRow;horizontal=0;startSize=0;swimlaneHead=0;swimlaneBody=0;fillColor=none;collapsible=0;dropTarget=0;points=[[0,0.5],[1,0.5]];portConstraint=eastwest;top=0;left=0;right=0;bottom=0;" value="" vertex="1">
          <mxGeometry height="30" width="180" y="60" as="geometry" />
        </mxCell>
        <mxCell id="K_P6Ighx77Cm5eVgsR0t-25" parent="K_P6Ighx77Cm5eVgsR0t-24" style="shape=partialRectangle;connectable=0;fillColor=none;top=0;left=0;bottom=0;right=0;fontStyle=0;overflow=hidden;whiteSpace=wrap;html=1;" value="FK" vertex="1">
          <mxGeometry height="30" width="50" as="geometry">
            <mxRectangle height="30" width="50" as="alternateBounds" />
          </mxGeometry>
        </mxCell>
        <mxCell id="K_P6Ighx77Cm5eVgsR0t-26" parent="K_P6Ighx77Cm5eVgsR0t-24" style="shape=partialRectangle;connectable=0;fillColor=none;top=0;left=0;bottom=0;right=0;align=left;spacingLeft=6;fontStyle=0;overflow=hidden;whiteSpace=wrap;html=1;" value="код_статуса" vertex="1">
          <mxGeometry height="30" width="130" x="50" as="geometry">
            <mxRectangle height="30" width="130" as="alternateBounds" />
          </mxGeometry>
        </mxCell>
        <mxCell id="K_P6Ighx77Cm5eVgsR0t-52" parent="K_P6Ighx77Cm5eVgsR0t-8" style="shape=tableRow;horizontal=0;startSize=0;swimlaneHead=0;swimlaneBody=0;fillColor=none;collapsible=0;dropTarget=0;points=[[0,0.5],[1,0.5]];portConstraint=eastwest;top=0;left=0;right=0;bottom=0;" value="" vertex="1">
          <mxGeometry height="30" width="180" y="90" as="geometry" />
        </mxCell>
        <mxCell id="K_P6Ighx77Cm5eVgsR0t-53" parent="K_P6Ighx77Cm5eVgsR0t-52" style="shape=partialRectangle;connectable=0;fillColor=none;top=0;left=0;bottom=0;right=0;fontStyle=0;overflow=hidden;whiteSpace=wrap;html=1;" value="FK" vertex="1">
          <mxGeometry height="30" width="50" as="geometry">
            <mxRectangle height="30" width="50" as="alternateBounds" />
          </mxGeometry>
        </mxCell>
        <mxCell id="K_P6Ighx77Cm5eVgsR0t-54" parent="K_P6Ighx77Cm5eVgsR0t-52" style="shape=partialRectangle;connectable=0;fillColor=none;top=0;left=0;bottom=0;right=0;align=left;spacingLeft=6;fontStyle=0;overflow=hidden;whiteSpace=wrap;html=1;" value="код_создателя" vertex="1">
          <mxGeometry height="30" width="130" x="50" as="geometry">
            <mxRectangle height="30" width="130" as="alternateBounds" />
          </mxGeometry>
        </mxCell>
        <mxCell id="K_P6Ighx77Cm5eVgsR0t-12" parent="K_P6Ighx77Cm5eVgsR0t-8" style="shape=tableRow;horizontal=0;startSize=0;swimlaneHead=0;swimlaneBody=0;fillColor=none;collapsible=0;dropTarget=0;points=[[0,0.5],[1,0.5]];portConstraint=eastwest;top=0;left=0;right=0;bottom=0;labelBackgroundColor=none;" value="" vertex="1">
          <mxGeometry height="30" width="180" y="120" as="geometry" />
        </mxCell>
        <mxCell id="K_P6Ighx77Cm5eVgsR0t-13" parent="K_P6Ighx77Cm5eVgsR0t-12" style="shape=partialRectangle;connectable=0;fillColor=none;top=0;left=0;bottom=0;right=0;editable=1;overflow=hidden;whiteSpace=wrap;html=1;labelBackgroundColor=none;" value="varchar" vertex="1">
          <mxGeometry height="30" width="50" as="geometry">
            <mxRectangle height="30" width="50" as="alternateBounds" />
          </mxGeometry>
        </mxCell>
        <mxCell id="K_P6Ighx77Cm5eVgsR0t-14" parent="K_P6Ighx77Cm5eVgsR0t-12" style="shape=partialRectangle;connectable=0;fillColor=none;top=0;left=0;bottom=0;right=0;align=left;spacingLeft=6;overflow=hidden;whiteSpace=wrap;html=1;labelBackgroundColor=none;" value="Наименование" vertex="1">
          <mxGeometry height="30" width="130" x="50" as="geometry">
            <mxRectangle height="30" width="130" as="alternateBounds" />
          </mxGeometry>
        </mxCell>
        <mxCell id="K_P6Ighx77Cm5eVgsR0t-18" parent="K_P6Ighx77Cm5eVgsR0t-8" style="shape=tableRow;horizontal=0;startSize=0;swimlaneHead=0;swimlaneBody=0;fillColor=none;collapsible=0;dropTarget=0;points=[[0,0.5],[1,0.5]];portConstraint=eastwest;top=0;left=0;right=0;bottom=0;labelBackgroundColor=none;" value="" vertex="1">
          <mxGeometry height="30" width="180" y="150" as="geometry" />
        </mxCell>
        <mxCell id="K_P6Ighx77Cm5eVgsR0t-19" parent="K_P6Ighx77Cm5eVgsR0t-18" style="shape=partialRectangle;connectable=0;fillColor=none;top=0;left=0;bottom=0;right=0;editable=1;overflow=hidden;whiteSpace=wrap;html=1;labelBackgroundColor=none;" value="varchar" vertex="1">
          <mxGeometry height="30" width="50" as="geometry">
            <mxRectangle height="30" width="50" as="alternateBounds" />
          </mxGeometry>
        </mxCell>
        <mxCell id="K_P6Ighx77Cm5eVgsR0t-20" parent="K_P6Ighx77Cm5eVgsR0t-18" style="shape=partialRectangle;connectable=0;fillColor=none;top=0;left=0;bottom=0;right=0;align=left;spacingLeft=6;overflow=hidden;whiteSpace=wrap;html=1;labelBackgroundColor=none;" value="Описание&amp;nbsp;" vertex="1">
          <mxGeometry height="30" width="130" x="50" as="geometry">
            <mxRectangle height="30" width="130" as="alternateBounds" />
          </mxGeometry>
        </mxCell>
        <mxCell id="K_P6Ighx77Cm5eVgsR0t-40" parent="K_P6Ighx77Cm5eVgsR0t-8" style="shape=tableRow;horizontal=0;startSize=0;swimlaneHead=0;swimlaneBody=0;fillColor=none;collapsible=0;dropTarget=0;points=[[0,0.5],[1,0.5]];portConstraint=eastwest;top=0;left=0;right=0;bottom=0;" value="" vertex="1">
          <mxGeometry height="30" width="180" y="180" as="geometry" />
        </mxCell>
        <mxCell id="K_P6Ighx77Cm5eVgsR0t-41" parent="K_P6Ighx77Cm5eVgsR0t-40" style="shape=partialRectangle;connectable=0;fillColor=none;top=0;left=0;bottom=0;right=0;editable=1;overflow=hidden;" value="date" vertex="1">
          <mxGeometry height="30" width="50" as="geometry">
            <mxRectangle height="30" width="50" as="alternateBounds" />
          </mxGeometry>
        </mxCell>
        <mxCell id="K_P6Ighx77Cm5eVgsR0t-42" parent="K_P6Ighx77Cm5eVgsR0t-40" style="shape=partialRectangle;connectable=0;fillColor=none;top=0;left=0;bottom=0;right=0;align=left;spacingLeft=6;overflow=hidden;" value="Дата_создания" vertex="1">
          <mxGeometry height="30" width="130" x="50" as="geometry">
            <mxRectangle height="30" width="130" as="alternateBounds" />
          </mxGeometry>
        </mxCell>
        <mxCell id="K_P6Ighx77Cm5eVgsR0t-43" parent="K_P6Ighx77Cm5eVgsR0t-8" style="shape=tableRow;horizontal=0;startSize=0;swimlaneHead=0;swimlaneBody=0;fillColor=none;collapsible=0;dropTarget=0;points=[[0,0.5],[1,0.5]];portConstraint=eastwest;top=0;left=0;right=0;bottom=0;" value="" vertex="1">
          <mxGeometry height="30" width="180" y="210" as="geometry" />
        </mxCell>
        <mxCell id="K_P6Ighx77Cm5eVgsR0t-44" parent="K_P6Ighx77Cm5eVgsR0t-43" style="shape=partialRectangle;connectable=0;fillColor=none;top=0;left=0;bottom=0;right=0;editable=1;overflow=hidden;" value="date" vertex="1">
          <mxGeometry height="30" width="50" as="geometry">
            <mxRectangle height="30" width="50" as="alternateBounds" />
          </mxGeometry>
        </mxCell>
        <mxCell id="K_P6Ighx77Cm5eVgsR0t-45" parent="K_P6Ighx77Cm5eVgsR0t-43" style="shape=partialRectangle;connectable=0;fillColor=none;top=0;left=0;bottom=0;right=0;align=left;spacingLeft=6;overflow=hidden;" value="Дата_завершения" vertex="1">
          <mxGeometry height="30" width="130" x="50" as="geometry">
            <mxRectangle height="30" width="130" as="alternateBounds" />
          </mxGeometry>
        </mxCell>
        <mxCell id="tMV_pErmYdHVp-2iAUo3-43" edge="1" parent="1" source="hsjFoKebRktLXEpQ3dCS-16" style="edgeStyle=orthogonalEdgeStyle;rounded=0;orthogonalLoop=1;jettySize=auto;html=1;exitX=0.5;exitY=0;exitDx=0;exitDy=0;entryX=0;entryY=0.5;entryDx=0;entryDy=0;startArrow=ERone;startFill=0;endArrow=baseDash;endFill=0;" target="FXrU8CSIF7nw4R76zsWp-2">
          <mxGeometry relative="1" as="geometry">
            <Array as="points">
              <mxPoint x="-620" y="55" />
            </Array>
          </mxGeometry>
        </mxCell>
        <mxCell id="K_P6Ighx77Cm5eVgsR0t-27" parent="1" style="shape=table;startSize=30;container=1;collapsible=1;childLayout=tableLayout;fixedRows=1;rowLines=0;fontStyle=1;align=center;resizeLast=1;html=1;labelBackgroundColor=none;" value="Статус" vertex="1">
          <mxGeometry height="120" width="180" x="-110" y="270" as="geometry" />
        </mxCell>
        <mxCell id="K_P6Ighx77Cm5eVgsR0t-28" parent="K_P6Ighx77Cm5eVgsR0t-27" style="shape=tableRow;horizontal=0;startSize=0;swimlaneHead=0;swimlaneBody=0;fillColor=none;collapsible=0;dropTarget=0;points=[[0,0.5],[1,0.5]];portConstraint=eastwest;top=0;left=0;right=0;bottom=1;labelBackgroundColor=none;" value="" vertex="1">
          <mxGeometry height="30" width="180" y="30" as="geometry" />
        </mxCell>
        <mxCell id="K_P6Ighx77Cm5eVgsR0t-29" parent="K_P6Ighx77Cm5eVgsR0t-28" style="shape=partialRectangle;connectable=0;fillColor=none;top=0;left=0;bottom=0;right=0;fontStyle=1;overflow=hidden;whiteSpace=wrap;html=1;labelBackgroundColor=none;" value="PK" vertex="1">
          <mxGeometry height="30" width="50" as="geometry">
            <mxRectangle height="30" width="50" as="alternateBounds" />
          </mxGeometry>
        </mxCell>
        <mxCell id="K_P6Ighx77Cm5eVgsR0t-30" parent="K_P6Ighx77Cm5eVgsR0t-28" style="shape=partialRectangle;connectable=0;fillColor=none;top=0;left=0;bottom=0;right=0;align=left;spacingLeft=6;fontStyle=5;overflow=hidden;whiteSpace=wrap;html=1;labelBackgroundColor=none;" value="код_статуса" vertex="1">
          <mxGeometry height="30" width="130" x="50" as="geometry">
            <mxRectangle height="30" width="130" as="alternateBounds" />
          </mxGeometry>
        </mxCell>
        <mxCell id="K_P6Ighx77Cm5eVgsR0t-34" parent="K_P6Ighx77Cm5eVgsR0t-27" style="shape=tableRow;horizontal=0;startSize=0;swimlaneHead=0;swimlaneBody=0;fillColor=none;collapsible=0;dropTarget=0;points=[[0,0.5],[1,0.5]];portConstraint=eastwest;top=0;left=0;right=0;bottom=0;labelBackgroundColor=none;" value="" vertex="1">
          <mxGeometry height="30" width="180" y="60" as="geometry" />
        </mxCell>
        <mxCell id="K_P6Ighx77Cm5eVgsR0t-35" parent="K_P6Ighx77Cm5eVgsR0t-34" style="shape=partialRectangle;connectable=0;fillColor=none;top=0;left=0;bottom=0;right=0;editable=1;overflow=hidden;whiteSpace=wrap;html=1;labelBackgroundColor=none;" value="varchar" vertex="1">
          <mxGeometry height="30" width="50" as="geometry">
            <mxRectangle height="30" width="50" as="alternateBounds" />
          </mxGeometry>
        </mxCell>
        <mxCell id="K_P6Ighx77Cm5eVgsR0t-36" parent="K_P6Ighx77Cm5eVgsR0t-34" style="shape=partialRectangle;connectable=0;fillColor=none;top=0;left=0;bottom=0;right=0;align=left;spacingLeft=6;overflow=hidden;whiteSpace=wrap;html=1;labelBackgroundColor=none;" value="Наименование" vertex="1">
          <mxGeometry height="30" width="130" x="50" as="geometry">
            <mxRectangle height="30" width="130" as="alternateBounds" />
          </mxGeometry>
        </mxCell>
        <mxCell id="K_P6Ighx77Cm5eVgsR0t-37" parent="K_P6Ighx77Cm5eVgsR0t-27" style="shape=tableRow;horizontal=0;startSize=0;swimlaneHead=0;swimlaneBody=0;fillColor=none;collapsible=0;dropTarget=0;points=[[0,0.5],[1,0.5]];portConstraint=eastwest;top=0;left=0;right=0;bottom=0;labelBackgroundColor=none;" value="" vertex="1">
          <mxGeometry height="30" width="180" y="90" as="geometry" />
        </mxCell>
        <mxCell id="K_P6Ighx77Cm5eVgsR0t-38" parent="K_P6Ighx77Cm5eVgsR0t-37" style="shape=partialRectangle;connectable=0;fillColor=none;top=0;left=0;bottom=0;right=0;editable=1;overflow=hidden;whiteSpace=wrap;html=1;labelBackgroundColor=none;" value="varchar" vertex="1">
          <mxGeometry height="30" width="50" as="geometry">
            <mxRectangle height="30" width="50" as="alternateBounds" />
          </mxGeometry>
        </mxCell>
        <mxCell id="K_P6Ighx77Cm5eVgsR0t-39" parent="K_P6Ighx77Cm5eVgsR0t-37" style="shape=partialRectangle;connectable=0;fillColor=none;top=0;left=0;bottom=0;right=0;align=left;spacingLeft=6;overflow=hidden;whiteSpace=wrap;html=1;labelBackgroundColor=none;" value="Описание&amp;nbsp;" vertex="1">
          <mxGeometry height="30" width="130" x="50" as="geometry">
            <mxRectangle height="30" width="130" as="alternateBounds" />
          </mxGeometry>
        </mxCell>
        <mxCell id="K_P6Ighx77Cm5eVgsR0t-58" parent="1" style="shape=table;startSize=30;container=1;collapsible=1;childLayout=tableLayout;fixedRows=1;rowLines=0;fontStyle=1;align=center;resizeLast=1;html=1;labelBackgroundColor=none;" value="Комментарий" vertex="1">
          <mxGeometry height="180" width="180" x="-1007" y="420" as="geometry" />
        </mxCell>
        <mxCell id="K_P6Ighx77Cm5eVgsR0t-59" parent="K_P6Ighx77Cm5eVgsR0t-58" style="shape=tableRow;horizontal=0;startSize=0;swimlaneHead=0;swimlaneBody=0;fillColor=none;collapsible=0;dropTarget=0;points=[[0,0.5],[1,0.5]];portConstraint=eastwest;top=0;left=0;right=0;bottom=1;labelBackgroundColor=none;" value="" vertex="1">
          <mxGeometry height="30" width="180" y="30" as="geometry" />
        </mxCell>
        <mxCell id="K_P6Ighx77Cm5eVgsR0t-60" parent="K_P6Ighx77Cm5eVgsR0t-59" style="shape=partialRectangle;connectable=0;fillColor=none;top=0;left=0;bottom=0;right=0;fontStyle=1;overflow=hidden;whiteSpace=wrap;html=1;labelBackgroundColor=none;" value="PK" vertex="1">
          <mxGeometry height="30" width="50" as="geometry">
            <mxRectangle height="30" width="50" as="alternateBounds" />
          </mxGeometry>
        </mxCell>
        <mxCell id="K_P6Ighx77Cm5eVgsR0t-61" parent="K_P6Ighx77Cm5eVgsR0t-59" style="shape=partialRectangle;connectable=0;fillColor=none;top=0;left=0;bottom=0;right=0;align=left;spacingLeft=6;fontStyle=5;overflow=hidden;whiteSpace=wrap;html=1;labelBackgroundColor=none;" value="код_комментария" vertex="1">
          <mxGeometry height="30" width="130" x="50" as="geometry">
            <mxRectangle height="30" width="130" as="alternateBounds" />
          </mxGeometry>
        </mxCell>
        <mxCell id="K_P6Ighx77Cm5eVgsR0t-71" parent="K_P6Ighx77Cm5eVgsR0t-58" style="shape=tableRow;horizontal=0;startSize=0;swimlaneHead=0;swimlaneBody=0;fillColor=none;collapsible=0;dropTarget=0;points=[[0,0.5],[1,0.5]];portConstraint=eastwest;top=0;left=0;right=0;bottom=0;" value="" vertex="1">
          <mxGeometry height="30" width="180" y="60" as="geometry" />
        </mxCell>
        <mxCell id="K_P6Ighx77Cm5eVgsR0t-72" parent="K_P6Ighx77Cm5eVgsR0t-71" style="shape=partialRectangle;connectable=0;fillColor=none;top=0;left=0;bottom=0;right=0;fontStyle=0;overflow=hidden;whiteSpace=wrap;html=1;" value="FK" vertex="1">
          <mxGeometry height="30" width="50" as="geometry">
            <mxRectangle height="30" width="50" as="alternateBounds" />
          </mxGeometry>
        </mxCell>
        <mxCell id="K_P6Ighx77Cm5eVgsR0t-73" parent="K_P6Ighx77Cm5eVgsR0t-71" style="shape=partialRectangle;connectable=0;fillColor=none;top=0;left=0;bottom=0;right=0;align=left;spacingLeft=6;fontStyle=0;overflow=hidden;whiteSpace=wrap;html=1;" value="код_задачи" vertex="1">
          <mxGeometry height="30" width="130" x="50" as="geometry">
            <mxRectangle height="30" width="130" as="alternateBounds" />
          </mxGeometry>
        </mxCell>
        <mxCell id="K_P6Ighx77Cm5eVgsR0t-74" parent="K_P6Ighx77Cm5eVgsR0t-58" style="shape=tableRow;horizontal=0;startSize=0;swimlaneHead=0;swimlaneBody=0;fillColor=none;collapsible=0;dropTarget=0;points=[[0,0.5],[1,0.5]];portConstraint=eastwest;top=0;left=0;right=0;bottom=0;" value="" vertex="1">
          <mxGeometry height="30" width="180" y="90" as="geometry" />
        </mxCell>
        <mxCell id="K_P6Ighx77Cm5eVgsR0t-75" parent="K_P6Ighx77Cm5eVgsR0t-74" style="shape=partialRectangle;connectable=0;fillColor=none;top=0;left=0;bottom=0;right=0;editable=1;overflow=hidden;" value="FK" vertex="1">
          <mxGeometry height="30" width="50" as="geometry">
            <mxRectangle height="30" width="50" as="alternateBounds" />
          </mxGeometry>
        </mxCell>
        <mxCell id="K_P6Ighx77Cm5eVgsR0t-76" parent="K_P6Ighx77Cm5eVgsR0t-74" style="shape=partialRectangle;connectable=0;fillColor=none;top=0;left=0;bottom=0;right=0;align=left;spacingLeft=6;overflow=hidden;" value="код_пользователя" vertex="1">
          <mxGeometry height="30" width="130" x="50" as="geometry">
            <mxRectangle height="30" width="130" as="alternateBounds" />
          </mxGeometry>
        </mxCell>
        <mxCell id="K_P6Ighx77Cm5eVgsR0t-62" parent="K_P6Ighx77Cm5eVgsR0t-58" style="shape=tableRow;horizontal=0;startSize=0;swimlaneHead=0;swimlaneBody=0;fillColor=none;collapsible=0;dropTarget=0;points=[[0,0.5],[1,0.5]];portConstraint=eastwest;top=0;left=0;right=0;bottom=0;labelBackgroundColor=none;" value="" vertex="1">
          <mxGeometry height="30" width="180" y="120" as="geometry" />
        </mxCell>
        <mxCell id="K_P6Ighx77Cm5eVgsR0t-63" parent="K_P6Ighx77Cm5eVgsR0t-62" style="shape=partialRectangle;connectable=0;fillColor=none;top=0;left=0;bottom=0;right=0;editable=1;overflow=hidden;whiteSpace=wrap;html=1;labelBackgroundColor=none;" value="varchar" vertex="1">
          <mxGeometry height="30" width="50" as="geometry">
            <mxRectangle height="30" width="50" as="alternateBounds" />
          </mxGeometry>
        </mxCell>
        <mxCell id="K_P6Ighx77Cm5eVgsR0t-64" parent="K_P6Ighx77Cm5eVgsR0t-62" style="shape=partialRectangle;connectable=0;fillColor=none;top=0;left=0;bottom=0;right=0;align=left;spacingLeft=6;overflow=hidden;whiteSpace=wrap;html=1;labelBackgroundColor=none;" value="Текст" vertex="1">
          <mxGeometry height="30" width="130" x="50" as="geometry">
            <mxRectangle height="30" width="130" as="alternateBounds" />
          </mxGeometry>
        </mxCell>
        <mxCell id="K_P6Ighx77Cm5eVgsR0t-65" parent="K_P6Ighx77Cm5eVgsR0t-58" style="shape=tableRow;horizontal=0;startSize=0;swimlaneHead=0;swimlaneBody=0;fillColor=none;collapsible=0;dropTarget=0;points=[[0,0.5],[1,0.5]];portConstraint=eastwest;top=0;left=0;right=0;bottom=0;labelBackgroundColor=none;" value="" vertex="1">
          <mxGeometry height="30" width="180" y="150" as="geometry" />
        </mxCell>
        <mxCell id="K_P6Ighx77Cm5eVgsR0t-66" parent="K_P6Ighx77Cm5eVgsR0t-65" style="shape=partialRectangle;connectable=0;fillColor=none;top=0;left=0;bottom=0;right=0;editable=1;overflow=hidden;labelBackgroundColor=none;" value="date" vertex="1">
          <mxGeometry height="30" width="50" as="geometry">
            <mxRectangle height="30" width="50" as="alternateBounds" />
          </mxGeometry>
        </mxCell>
        <mxCell id="K_P6Ighx77Cm5eVgsR0t-67" parent="K_P6Ighx77Cm5eVgsR0t-65" style="shape=partialRectangle;connectable=0;fillColor=none;top=0;left=0;bottom=0;right=0;align=left;spacingLeft=6;overflow=hidden;labelBackgroundColor=none;" value="Дата_добавления" vertex="1">
          <mxGeometry height="30" width="130" x="50" as="geometry">
            <mxRectangle height="30" width="130" as="alternateBounds" />
          </mxGeometry>
        </mxCell>
        <mxCell id="K_P6Ighx77Cm5eVgsR0t-80" parent="1" style="shape=table;startSize=30;container=1;collapsible=1;childLayout=tableLayout;fixedRows=1;rowLines=0;fontStyle=1;align=center;resizeLast=1;html=1;labelBackgroundColor=none;" value="Файл" vertex="1">
-           <mxGeometry height="180" width="180" x="-50" y="420" as="geometry" />
+           <mxGeometry height="150" width="180" x="-50" y="420" as="geometry" />
        </mxCell>
        <mxCell id="K_P6Ighx77Cm5eVgsR0t-81" parent="K_P6Ighx77Cm5eVgsR0t-80" style="shape=tableRow;horizontal=0;startSize=0;swimlaneHead=0;swimlaneBody=0;fillColor=none;collapsible=0;dropTarget=0;points=[[0,0.5],[1,0.5]];portConstraint=eastwest;top=0;left=0;right=0;bottom=1;labelBackgroundColor=none;" value="" vertex="1">
          <mxGeometry height="30" width="180" y="30" as="geometry" />
        </mxCell>
        <mxCell id="K_P6Ighx77Cm5eVgsR0t-82" parent="K_P6Ighx77Cm5eVgsR0t-81" style="shape=partialRectangle;connectable=0;fillColor=none;top=0;left=0;bottom=0;right=0;fontStyle=1;overflow=hidden;whiteSpace=wrap;html=1;labelBackgroundColor=none;" value="PK" vertex="1">
          <mxGeometry height="30" width="50" as="geometry">
            <mxRectangle height="30" width="50" as="alternateBounds" />
          </mxGeometry>
        </mxCell>
        <mxCell id="K_P6Ighx77Cm5eVgsR0t-83" parent="K_P6Ighx77Cm5eVgsR0t-81" style="shape=partialRectangle;connectable=0;fillColor=none;top=0;left=0;bottom=0;right=0;align=left;spacingLeft=6;fontStyle=5;overflow=hidden;whiteSpace=wrap;html=1;labelBackgroundColor=none;" value="код_файла" vertex="1">
          <mxGeometry height="30" width="130" x="50" as="geometry">
            <mxRectangle height="30" width="130" as="alternateBounds" />
          </mxGeometry>
        </mxCell>
        <mxCell id="K_P6Ighx77Cm5eVgsR0t-84" parent="K_P6Ighx77Cm5eVgsR0t-80" style="shape=tableRow;horizontal=0;startSize=0;swimlaneHead=0;swimlaneBody=0;fillColor=none;collapsible=0;dropTarget=0;points=[[0,0.5],[1,0.5]];portConstraint=eastwest;top=0;left=0;right=0;bottom=0;" value="" vertex="1">
          <mxGeometry height="30" width="180" y="60" as="geometry" />
        </mxCell>
        <mxCell id="K_P6Ighx77Cm5eVgsR0t-85" parent="K_P6Ighx77Cm5eVgsR0t-84" style="shape=partialRectangle;connectable=0;fillColor=none;top=0;left=0;bottom=0;right=0;fontStyle=0;overflow=hidden;whiteSpace=wrap;html=1;" value="FK" vertex="1">
          <mxGeometry height="30" width="50" as="geometry">
            <mxRectangle height="30" width="50" as="alternateBounds" />
          </mxGeometry>
        </mxCell>
        <mxCell id="K_P6Ighx77Cm5eVgsR0t-86" parent="K_P6Ighx77Cm5eVgsR0t-84" style="shape=partialRectangle;connectable=0;fillColor=none;top=0;left=0;bottom=0;right=0;align=left;spacingLeft=6;fontStyle=0;overflow=hidden;whiteSpace=wrap;html=1;" value="код_задачи" vertex="1">
          <mxGeometry height="30" width="130" x="50" as="geometry">
            <mxRectangle height="30" width="130" as="alternateBounds" />
          </mxGeometry>
        </mxCell>
        <mxCell id="K_P6Ighx77Cm5eVgsR0t-90" parent="K_P6Ighx77Cm5eVgsR0t-80" style="shape=tableRow;horizontal=0;startSize=0;swimlaneHead=0;swimlaneBody=0;fillColor=none;collapsible=0;dropTarget=0;points=[[0,0.5],[1,0.5]];portConstraint=eastwest;top=0;left=0;right=0;bottom=0;labelBackgroundColor=none;" value="" vertex="1">
          <mxGeometry height="30" width="180" y="90" as="geometry" />
        </mxCell>
        <mxCell id="K_P6Ighx77Cm5eVgsR0t-91" parent="K_P6Ighx77Cm5eVgsR0t-90" style="shape=partialRectangle;connectable=0;fillColor=none;top=0;left=0;bottom=0;right=0;editable=1;overflow=hidden;whiteSpace=wrap;html=1;labelBackgroundColor=none;" value="varchar" vertex="1">
          <mxGeometry height="30" width="50" as="geometry">
            <mxRectangle height="30" width="50" as="alternateBounds" />
          </mxGeometry>
        </mxCell>
        <mxCell id="K_P6Ighx77Cm5eVgsR0t-92" parent="K_P6Ighx77Cm5eVgsR0t-90" style="shape=partialRectangle;connectable=0;fillColor=none;top=0;left=0;bottom=0;right=0;align=left;spacingLeft=6;overflow=hidden;whiteSpace=wrap;html=1;labelBackgroundColor=none;" value="Название" vertex="1">
          <mxGeometry height="30" width="130" x="50" as="geometry">
            <mxRectangle height="30" width="130" as="alternateBounds" />
          </mxGeometry>
        </mxCell>
-         <mxCell id="K_P6Ighx77Cm5eVgsR0t-96" parent="K_P6Ighx77Cm5eVgsR0t-80" style="shape=tableRow;horizontal=0;startSize=0;swimlaneHead=0;swimlaneBody=0;fillColor=none;collapsible=0;dropTarget=0;points=[[0,0.5],[1,0.5]];portConstraint=eastwest;top=0;left=0;right=0;bottom=0;" value="" vertex="1">
+         <mxCell id="K_P6Ighx77Cm5eVgsR0t-93" parent="K_P6Ighx77Cm5eVgsR0t-80" style="shape=tableRow;horizontal=0;startSize=0;swimlaneHead=0;swimlaneBody=0;fillColor=none;collapsible=0;dropTarget=0;points=[[0,0.5],[1,0.5]];portConstraint=eastwest;top=0;left=0;right=0;bottom=0;labelBackgroundColor=none;" value="" vertex="1">
          <mxGeometry height="30" width="180" y="120" as="geometry" />
-         </mxCell>
-         <mxCell id="K_P6Ighx77Cm5eVgsR0t-97" parent="K_P6Ighx77Cm5eVgsR0t-96" style="shape=partialRectangle;connectable=0;fillColor=none;top=0;left=0;bottom=0;right=0;editable=1;overflow=hidden;" value="varchar" vertex="1">
-           <mxGeometry height="30" width="50" as="geometry">
-             <mxRectangle height="30" width="50" as="alternateBounds" />
-           </mxGeometry>
-         </mxCell>
-         <mxCell id="K_P6Ighx77Cm5eVgsR0t-98" parent="K_P6Ighx77Cm5eVgsR0t-96" style="shape=partialRectangle;connectable=0;fillColor=none;top=0;left=0;bottom=0;right=0;align=left;spacingLeft=6;overflow=hidden;" value="Путь" vertex="1">
-           <mxGeometry height="30" width="130" x="50" as="geometry">
-             <mxRectangle height="30" width="130" as="alternateBounds" />
-           </mxGeometry>
-         </mxCell>
-         <mxCell id="K_P6Ighx77Cm5eVgsR0t-93" parent="K_P6Ighx77Cm5eVgsR0t-80" style="shape=tableRow;horizontal=0;startSize=0;swimlaneHead=0;swimlaneBody=0;fillColor=none;collapsible=0;dropTarget=0;points=[[0,0.5],[1,0.5]];portConstraint=eastwest;top=0;left=0;right=0;bottom=0;labelBackgroundColor=none;" value="" vertex="1">
-           <mxGeometry height="30" width="180" y="150" as="geometry" />
        </mxCell>
        <mxCell id="K_P6Ighx77Cm5eVgsR0t-94" parent="K_P6Ighx77Cm5eVgsR0t-93" style="shape=partialRectangle;connectable=0;fillColor=none;top=0;left=0;bottom=0;right=0;editable=1;overflow=hidden;labelBackgroundColor=none;" value="date" vertex="1">
          <mxGeometry height="30" width="50" as="geometry">
            <mxRectangle height="30" width="50" as="alternateBounds" />
          </mxGeometry>
        </mxCell>
        <mxCell id="K_P6Ighx77Cm5eVgsR0t-95" parent="K_P6Ighx77Cm5eVgsR0t-93" style="shape=partialRectangle;connectable=0;fillColor=none;top=0;left=0;bottom=0;right=0;align=left;spacingLeft=6;overflow=hidden;labelBackgroundColor=none;" value="Дата_добавления" vertex="1">
          <mxGeometry height="30" width="130" x="50" as="geometry">
            <mxRectangle height="30" width="130" as="alternateBounds" />
          </mxGeometry>
        </mxCell>
        <mxCell id="tMV_pErmYdHVp-2iAUo3-10" parent="1" style="shape=table;startSize=30;container=1;collapsible=1;childLayout=tableLayout;fixedRows=1;rowLines=0;fontStyle=1;align=center;resizeLast=1;html=1;labelBackgroundColor=none;" value="Исполнитель" vertex="1">
          <mxGeometry height="210" width="180" x="-110" y="30" as="geometry" />
        </mxCell>
        <mxCell id="tMV_pErmYdHVp-2iAUo3-11" parent="tMV_pErmYdHVp-2iAUo3-10" style="shape=tableRow;horizontal=0;startSize=0;swimlaneHead=0;swimlaneBody=0;fillColor=none;collapsible=0;dropTarget=0;points=[[0,0.5],[1,0.5]];portConstraint=eastwest;top=0;left=0;right=0;bottom=1;labelBackgroundColor=none;" value="" vertex="1">
          <mxGeometry height="30" width="180" y="30" as="geometry" />
        </mxCell>
        <mxCell id="tMV_pErmYdHVp-2iAUo3-12" parent="tMV_pErmYdHVp-2iAUo3-11" style="shape=partialRectangle;connectable=0;fillColor=none;top=0;left=0;bottom=0;right=0;fontStyle=1;overflow=hidden;whiteSpace=wrap;html=1;labelBackgroundColor=none;" value="PK" vertex="1">
          <mxGeometry height="30" width="50" as="geometry">
            <mxRectangle height="30" width="50" as="alternateBounds" />
          </mxGeometry>
        </mxCell>
        <mxCell id="tMV_pErmYdHVp-2iAUo3-13" parent="tMV_pErmYdHVp-2iAUo3-11" style="shape=partialRectangle;connectable=0;fillColor=none;top=0;left=0;bottom=0;right=0;align=left;spacingLeft=6;fontStyle=5;overflow=hidden;whiteSpace=wrap;html=1;labelBackgroundColor=none;" value="код_исполнителя" vertex="1">
          <mxGeometry height="30" width="130" x="50" as="geometry">
            <mxRectangle height="30" width="130" as="alternateBounds" />
          </mxGeometry>
        </mxCell>
        <mxCell id="tMV_pErmYdHVp-2iAUo3-39" parent="tMV_pErmYdHVp-2iAUo3-10" style="shape=tableRow;horizontal=0;startSize=0;swimlaneHead=0;swimlaneBody=0;fillColor=none;collapsible=0;dropTarget=0;points=[[0,0.5],[1,0.5]];portConstraint=eastwest;top=0;left=0;right=0;bottom=0;" value="" vertex="1">
          <mxGeometry height="30" width="180" y="60" as="geometry" />
        </mxCell>
        <mxCell id="tMV_pErmYdHVp-2iAUo3-40" parent="tMV_pErmYdHVp-2iAUo3-39" style="shape=partialRectangle;connectable=0;fillColor=none;top=0;left=0;bottom=0;right=0;fontStyle=0;overflow=hidden;whiteSpace=wrap;html=1;" value="FK" vertex="1">
          <mxGeometry height="30" width="50" as="geometry">
            <mxRectangle height="30" width="50" as="alternateBounds" />
          </mxGeometry>
        </mxCell>
        <mxCell id="tMV_pErmYdHVp-2iAUo3-41" parent="tMV_pErmYdHVp-2iAUo3-39" style="shape=partialRectangle;connectable=0;fillColor=none;top=0;left=0;bottom=0;right=0;align=left;spacingLeft=6;fontStyle=0;overflow=hidden;whiteSpace=wrap;html=1;" value="код_задачи" vertex="1">
          <mxGeometry height="30" width="130" x="50" as="geometry">
            <mxRectangle height="30" width="130" as="alternateBounds" />
          </mxGeometry>
        </mxCell>
        <mxCell id="tMV_pErmYdHVp-2iAUo3-14" parent="tMV_pErmYdHVp-2iAUo3-10" style="shape=tableRow;horizontal=0;startSize=0;swimlaneHead=0;swimlaneBody=0;fillColor=none;collapsible=0;dropTarget=0;points=[[0,0.5],[1,0.5]];portConstraint=eastwest;top=0;left=0;right=0;bottom=0;labelBackgroundColor=none;" value="" vertex="1">
          <mxGeometry height="30" width="180" y="90" as="geometry" />
        </mxCell>
        <mxCell id="tMV_pErmYdHVp-2iAUo3-15" parent="tMV_pErmYdHVp-2iAUo3-14" style="shape=partialRectangle;connectable=0;fillColor=none;top=0;left=0;bottom=0;right=0;editable=1;overflow=hidden;whiteSpace=wrap;html=1;labelBackgroundColor=none;" value="FK" vertex="1">
          <mxGeometry height="30" width="50" as="geometry">
            <mxRectangle height="30" width="50" as="alternateBounds" />
          </mxGeometry>
        </mxCell>
        <mxCell id="tMV_pErmYdHVp-2iAUo3-16" parent="tMV_pErmYdHVp-2iAUo3-14" style="shape=partialRectangle;connectable=0;fillColor=none;top=0;left=0;bottom=0;right=0;align=left;spacingLeft=6;overflow=hidden;whiteSpace=wrap;html=1;labelBackgroundColor=none;" value="код_сотрудника" vertex="1">
          <mxGeometry height="30" width="130" x="50" as="geometry">
            <mxRectangle height="30" width="130" as="alternateBounds" />
          </mxGeometry>
        </mxCell>
        <mxCell id="tMV_pErmYdHVp-2iAUo3-17" parent="tMV_pErmYdHVp-2iAUo3-10" style="shape=tableRow;horizontal=0;startSize=0;swimlaneHead=0;swimlaneBody=0;fillColor=none;collapsible=0;dropTarget=0;points=[[0,0.5],[1,0.5]];portConstraint=eastwest;top=0;left=0;right=0;bottom=0;labelBackgroundColor=none;" value="" vertex="1">
          <mxGeometry height="30" width="180" y="120" as="geometry" />
        </mxCell>
        <mxCell id="tMV_pErmYdHVp-2iAUo3-18" parent="tMV_pErmYdHVp-2iAUo3-17" style="shape=partialRectangle;connectable=0;fillColor=none;top=0;left=0;bottom=0;right=0;editable=1;overflow=hidden;whiteSpace=wrap;html=1;labelBackgroundColor=none;" value="bool" vertex="1">
          <mxGeometry height="30" width="50" as="geometry">
            <mxRectangle height="30" width="50" as="alternateBounds" />
          </mxGeometry>
        </mxCell>
        <mxCell id="tMV_pErmYdHVp-2iAUo3-19" parent="tMV_pErmYdHVp-2iAUo3-17" style="shape=partialRectangle;connectable=0;fillColor=none;top=0;left=0;bottom=0;right=0;align=left;spacingLeft=6;overflow=hidden;whiteSpace=wrap;html=1;labelBackgroundColor=none;" value="Активность" vertex="1">
          <mxGeometry height="30" width="130" x="50" as="geometry">
            <mxRectangle height="30" width="130" as="alternateBounds" />
          </mxGeometry>
        </mxCell>
        <mxCell id="tMV_pErmYdHVp-2iAUo3-44" parent="tMV_pErmYdHVp-2iAUo3-10" style="shape=tableRow;horizontal=0;startSize=0;swimlaneHead=0;swimlaneBody=0;fillColor=none;collapsible=0;dropTarget=0;points=[[0,0.5],[1,0.5]];portConstraint=eastwest;top=0;left=0;right=0;bottom=0;" value="" vertex="1">
          <mxGeometry height="30" width="180" y="150" as="geometry" />
        </mxCell>
        <mxCell id="tMV_pErmYdHVp-2iAUo3-45" parent="tMV_pErmYdHVp-2iAUo3-44" style="shape=partialRectangle;connectable=0;fillColor=none;top=0;left=0;bottom=0;right=0;editable=1;overflow=hidden;" value="varchar" vertex="1">
          <mxGeometry height="30" width="50" as="geometry">
            <mxRectangle height="30" width="50" as="alternateBounds" />
          </mxGeometry>
        </mxCell>
        <mxCell id="tMV_pErmYdHVp-2iAUo3-46" parent="tMV_pErmYdHVp-2iAUo3-44" style="shape=partialRectangle;connectable=0;fillColor=none;top=0;left=0;bottom=0;right=0;align=left;spacingLeft=6;overflow=hidden;" value="Коментарий" vertex="1">
          <mxGeometry height="30" width="130" x="50" as="geometry">
            <mxRectangle height="30" width="130" as="alternateBounds" />
          </mxGeometry>
        </mxCell>
        <mxCell id="tMV_pErmYdHVp-2iAUo3-20" parent="tMV_pErmYdHVp-2iAUo3-10" style="shape=tableRow;horizontal=0;startSize=0;swimlaneHead=0;swimlaneBody=0;fillColor=none;collapsible=0;dropTarget=0;points=[[0,0.5],[1,0.5]];portConstraint=eastwest;top=0;left=0;right=0;bottom=0;" value="" vertex="1">
          <mxGeometry height="30" width="180" y="180" as="geometry" />
        </mxCell>
        <mxCell id="tMV_pErmYdHVp-2iAUo3-21" parent="tMV_pErmYdHVp-2iAUo3-20" style="shape=partialRectangle;connectable=0;fillColor=none;top=0;left=0;bottom=0;right=0;editable=1;overflow=hidden;" value="date" vertex="1">
          <mxGeometry height="30" width="50" as="geometry">
            <mxRectangle height="30" width="50" as="alternateBounds" />
          </mxGeometry>
        </mxCell>
        <mxCell id="tMV_pErmYdHVp-2iAUo3-22" parent="tMV_pErmYdHVp-2iAUo3-20" style="shape=partialRectangle;connectable=0;fillColor=none;top=0;left=0;bottom=0;right=0;align=left;spacingLeft=6;overflow=hidden;" value="Дата_изменения" vertex="1">
          <mxGeometry height="30" width="130" x="50" as="geometry">
            <mxRectangle height="30" width="130" as="alternateBounds" />
          </mxGeometry>
        </mxCell>
        <mxCell id="tMV_pErmYdHVp-2iAUo3-27" edge="1" parent="1" source="hsjFoKebRktLXEpQ3dCS-6" style="edgeStyle=orthogonalEdgeStyle;rounded=0;orthogonalLoop=1;jettySize=auto;html=1;exitX=0.5;exitY=0;exitDx=0;exitDy=0;entryX=1;entryY=0.5;entryDx=0;entryDy=0;startArrow=ERone;startFill=0;endArrow=ERoneToMany;endFill=0;" target="tMV_pErmYdHVp-2iAUo3-24">
          <mxGeometry relative="1" as="geometry">
            <Array as="points">
              <mxPoint x="-780" y="105" />
            </Array>
          </mxGeometry>
        </mxCell>
        <mxCell id="tMV_pErmYdHVp-2iAUo3-28" edge="1" parent="1" source="hsjFoKebRktLXEpQ3dCS-25" style="edgeStyle=orthogonalEdgeStyle;rounded=0;orthogonalLoop=1;jettySize=auto;html=1;exitX=0.5;exitY=0;exitDx=0;exitDy=0;entryX=0;entryY=0.5;entryDx=0;entryDy=0;endArrow=ERone;endFill=0;startArrow=ERoneToMany;startFill=0;" target="K_P6Ighx77Cm5eVgsR0t-28">
          <mxGeometry relative="1" as="geometry">
            <Array as="points">
              <mxPoint x="-280" y="315" />
            </Array>
            <mxPoint x="-270" y="140" as="targetPoint" />
          </mxGeometry>
        </mxCell>
        <mxCell id="tMV_pErmYdHVp-2iAUo3-29" edge="1" parent="1" source="hsjFoKebRktLXEpQ3dCS-17" style="edgeStyle=orthogonalEdgeStyle;rounded=0;orthogonalLoop=1;jettySize=auto;html=1;exitX=1;exitY=0.5;exitDx=0;exitDy=0;startArrow=ERone;startFill=0;endArrow=ERoneToMany;endFill=0;" target="tMV_pErmYdHVp-2iAUo3-14">
          <mxGeometry relative="1" as="geometry">
            <Array as="points">
              <mxPoint x="-120" y="55" />
              <mxPoint x="-120" y="135" />
            </Array>
          </mxGeometry>
        </mxCell>
        <mxCell id="tMV_pErmYdHVp-2iAUo3-32" edge="1" parent="1" source="hsjFoKebRktLXEpQ3dCS-14" style="edgeStyle=orthogonalEdgeStyle;rounded=0;orthogonalLoop=1;jettySize=auto;html=1;entryX=0;entryY=0.5;entryDx=0;entryDy=0;endArrow=ERone;endFill=0;startArrow=ERoneToMany;startFill=0;" target="FXrU8CSIF7nw4R76zsWp-2">
          <mxGeometry relative="1" as="geometry">
            <Array as="points" />
          </mxGeometry>
        </mxCell>
        <mxCell id="tMV_pErmYdHVp-2iAUo3-34" edge="1" parent="1" source="hsjFoKebRktLXEpQ3dCS-12" style="edgeStyle=orthogonalEdgeStyle;rounded=0;orthogonalLoop=1;jettySize=auto;html=1;exitX=0;exitY=0.5;exitDx=0;exitDy=0;entryX=1;entryY=0.5;entryDx=0;entryDy=0;startArrow=ERone;startFill=0;endArrow=ERoneToMany;endFill=0;" target="K_P6Ighx77Cm5eVgsR0t-71">
          <mxGeometry relative="1" as="geometry" />
        </mxCell>
        <mxCell id="tMV_pErmYdHVp-2iAUo3-35" edge="1" parent="1" source="hsjFoKebRktLXEpQ3dCS-29" style="edgeStyle=orthogonalEdgeStyle;rounded=0;orthogonalLoop=1;jettySize=auto;html=1;exitX=1;exitY=0.5;exitDx=0;exitDy=0;entryX=0;entryY=0.5;entryDx=0;entryDy=0;startArrow=ERone;startFill=0;endArrow=ERoneToMany;endFill=0;" target="K_P6Ighx77Cm5eVgsR0t-84">
          <mxGeometry relative="1" as="geometry" />
        </mxCell>
        <mxCell id="tMV_pErmYdHVp-2iAUo3-42" edge="1" parent="1" source="hsjFoKebRktLXEpQ3dCS-23" style="edgeStyle=orthogonalEdgeStyle;rounded=0;orthogonalLoop=1;jettySize=auto;html=1;exitX=0.5;exitY=1;exitDx=0;exitDy=0;entryX=1;entryY=0.5;entryDx=0;entryDy=0;endArrow=ERone;endFill=0;startArrow=ERoneToMany;startFill=0;" target="K_P6Ighx77Cm5eVgsR0t-9">
          <mxGeometry relative="1" as="geometry">
            <Array as="points">
              <mxPoint x="-220" y="495" />
            </Array>
          </mxGeometry>
        </mxCell>
        <mxCell id="umB_ycvWySBp3vWqX7pD-4" edge="1" parent="1" source="hsjFoKebRktLXEpQ3dCS-10" style="edgeStyle=orthogonalEdgeStyle;rounded=0;orthogonalLoop=1;jettySize=auto;html=1;startArrow=ERoneToMany;startFill=0;endArrow=ERone;endFill=0;exitX=0.5;exitY=0;exitDx=0;exitDy=0;" target="FXrU8CSIF7nw4R76zsWp-2">
          <mxGeometry relative="1" as="geometry">
            <Array as="points">
              <mxPoint x="-650" y="55" />
            </Array>
          </mxGeometry>
        </mxCell>
        <mxCell id="hsjFoKebRktLXEpQ3dCS-2" edge="1" parent="1" source="GSTwLpNKeHWOF6I5rQQg-8" style="edgeStyle=orthogonalEdgeStyle;rounded=0;orthogonalLoop=1;jettySize=auto;html=1;exitX=1;exitY=0.5;exitDx=0;exitDy=0;startArrow=ERone;startFill=0;endArrow=ERone;endFill=0;" target="hsjFoKebRktLXEpQ3dCS-3" value="">
          <mxGeometry relative="1" as="geometry">
            <mxPoint x="-840" y="75" as="sourcePoint" />
            <mxPoint x="-538" y="85" as="targetPoint" />
          </mxGeometry>
        </mxCell>
        <mxCell id="hsjFoKebRktLXEpQ3dCS-3" parent="1" style="shape=rhombus;perimeter=rhombusPerimeter;whiteSpace=wrap;html=1;align=center;" value="Относиться" vertex="1">
          <mxGeometry height="50" width="100" x="-760" y="50" as="geometry" />
        </mxCell>
        <mxCell id="hsjFoKebRktLXEpQ3dCS-13" edge="1" parent="1" source="K_P6Ighx77Cm5eVgsR0t-9" style="edgeStyle=orthogonalEdgeStyle;rounded=0;orthogonalLoop=1;jettySize=auto;html=1;exitX=0;exitY=0.5;exitDx=0;exitDy=0;entryX=1;entryY=0.5;entryDx=0;entryDy=0;startArrow=ERone;startFill=0;endArrow=ERoneToMany;endFill=0;" target="hsjFoKebRktLXEpQ3dCS-12" value="">
          <mxGeometry relative="1" as="geometry">
            <mxPoint x="-520" y="495" as="sourcePoint" />
            <mxPoint x="-827" y="495" as="targetPoint" />
          </mxGeometry>
        </mxCell>
        <mxCell id="hsjFoKebRktLXEpQ3dCS-12" parent="1" style="shape=rhombus;perimeter=rhombusPerimeter;whiteSpace=wrap;html=1;align=center;" value="Содержит" vertex="1">
          <mxGeometry height="50" width="100" x="-670" y="470" as="geometry" />
        </mxCell>
        <mxCell id="hsjFoKebRktLXEpQ3dCS-15" edge="1" parent="1" source="tMV_pErmYdHVp-2iAUo3-7" style="edgeStyle=orthogonalEdgeStyle;rounded=0;orthogonalLoop=1;jettySize=auto;html=1;exitX=0;exitY=0.5;exitDx=0;exitDy=0;startArrow=ERone;startFill=0;endArrow=baseDash;endFill=0;" target="hsjFoKebRktLXEpQ3dCS-16" value="">
          <mxGeometry relative="1" as="geometry">
            <Array as="points">
              <mxPoint x="-620" y="235" />
            </Array>
            <mxPoint x="-538" y="235" as="sourcePoint" />
            <mxPoint x="-538" y="55" as="targetPoint" />
          </mxGeometry>
        </mxCell>
        <mxCell id="hsjFoKebRktLXEpQ3dCS-16" parent="1" style="shape=rhombus;perimeter=rhombusPerimeter;whiteSpace=wrap;html=1;align=center;" value="Назначает" vertex="1">
          <mxGeometry height="50" width="100" x="-670" y="140" as="geometry" />
        </mxCell>
        <mxCell id="hsjFoKebRktLXEpQ3dCS-18" edge="1" parent="1" source="FXrU8CSIF7nw4R76zsWp-2" style="edgeStyle=orthogonalEdgeStyle;rounded=0;orthogonalLoop=1;jettySize=auto;html=1;exitX=1;exitY=0.5;exitDx=0;exitDy=0;startArrow=ERone;startFill=0;endArrow=ERoneToMany;endFill=0;" target="hsjFoKebRktLXEpQ3dCS-17" value="">
          <mxGeometry relative="1" as="geometry">
            <mxPoint x="-288" y="55" as="sourcePoint" />
            <mxPoint x="-110" y="135" as="targetPoint" />
          </mxGeometry>
        </mxCell>
        <mxCell id="hsjFoKebRktLXEpQ3dCS-17" parent="1" style="shape=rhombus;perimeter=rhombusPerimeter;whiteSpace=wrap;html=1;align=center;" value="Назначается" vertex="1">
          <mxGeometry height="55" width="110" x="-250" y="27.5" as="geometry" />
        </mxCell>
        <mxCell id="hsjFoKebRktLXEpQ3dCS-19" edge="1" parent="1" source="K_P6Ighx77Cm5eVgsR0t-74" style="edgeStyle=orthogonalEdgeStyle;rounded=0;orthogonalLoop=1;jettySize=auto;html=1;startArrow=ERoneToMany;startFill=0;endArrow=ERone;endFill=0;exitX=1;exitY=0.5;exitDx=0;exitDy=0;" target="hsjFoKebRktLXEpQ3dCS-10" value="">
          <mxGeometry relative="1" as="geometry">
            <Array as="points">
              <mxPoint x="-650" y="525" />
            </Array>
            <mxPoint x="-827" y="525" as="sourcePoint" />
            <mxPoint x="-538" y="55" as="targetPoint" />
          </mxGeometry>
        </mxCell>
        <mxCell id="hsjFoKebRktLXEpQ3dCS-10" parent="1" style="shape=rhombus;perimeter=rhombusPerimeter;whiteSpace=wrap;html=1;align=center;" value="Написать" vertex="1">
          <mxGeometry height="50" width="100" x="-700" y="290" as="geometry" />
        </mxCell>
        <mxCell id="hsjFoKebRktLXEpQ3dCS-20" edge="1" parent="1" source="FXrU8CSIF7nw4R76zsWp-15" style="edgeStyle=orthogonalEdgeStyle;rounded=0;orthogonalLoop=1;jettySize=auto;html=1;exitX=1;exitY=0.5;exitDx=0;exitDy=0;entryX=0.5;entryY=1;entryDx=0;entryDy=0;startArrow=ERone;startFill=0;endArrow=ERoneToMany;endFill=0;" target="hsjFoKebRktLXEpQ3dCS-6" value="">
          <mxGeometry relative="1" as="geometry">
            <Array as="points">
              <mxPoint x="-780" y="285" />
            </Array>
            <mxPoint x="-840" y="285" as="sourcePoint" />
            <mxPoint x="-840" y="105" as="targetPoint" />
          </mxGeometry>
        </mxCell>
        <mxCell id="hsjFoKebRktLXEpQ3dCS-6" parent="1" style="shape=rhombus;perimeter=rhombusPerimeter;whiteSpace=wrap;html=1;align=center;" value="Относиться" vertex="1">
          <mxGeometry height="50" width="100" x="-830" y="170" as="geometry" />
        </mxCell>
        <mxCell id="hsjFoKebRktLXEpQ3dCS-21" edge="1" parent="1" source="K_P6Ighx77Cm5eVgsR0t-52" style="edgeStyle=orthogonalEdgeStyle;rounded=0;orthogonalLoop=1;jettySize=auto;html=1;exitX=0;exitY=0.5;exitDx=0;exitDy=0;entryX=0.5;entryY=1;entryDx=0;entryDy=0;endArrow=ERone;endFill=0;startArrow=ERoneToMany;startFill=0;" target="hsjFoKebRktLXEpQ3dCS-14" value="">
          <mxGeometry relative="1" as="geometry">
            <Array as="points">
              <mxPoint x="-580" y="555" />
            </Array>
            <mxPoint x="-520" y="555" as="sourcePoint" />
            <mxPoint x="-538" y="55" as="targetPoint" />
          </mxGeometry>
        </mxCell>
        <mxCell id="hsjFoKebRktLXEpQ3dCS-14" parent="1" style="shape=rhombus;perimeter=rhombusPerimeter;whiteSpace=wrap;html=1;align=center;" value="Создает" vertex="1">
          <mxGeometry height="50" width="100" x="-630" y="320" as="geometry" />
        </mxCell>
        <mxCell id="hsjFoKebRktLXEpQ3dCS-24" edge="1" parent="1" source="tMV_pErmYdHVp-2iAUo3-39" style="edgeStyle=orthogonalEdgeStyle;rounded=0;orthogonalLoop=1;jettySize=auto;html=1;exitX=0;exitY=0.5;exitDx=0;exitDy=0;endArrow=ERone;endFill=0;startArrow=ERoneToMany;startFill=0;" target="hsjFoKebRktLXEpQ3dCS-23" value="">
          <mxGeometry relative="1" as="geometry">
            <Array as="points">
              <mxPoint x="-220" y="105" />
            </Array>
            <mxPoint x="-110" y="105" as="sourcePoint" />
            <mxPoint x="-340" y="495" as="targetPoint" />
          </mxGeometry>
        </mxCell>
        <mxCell id="hsjFoKebRktLXEpQ3dCS-23" parent="1" style="shape=rhombus;perimeter=rhombusPerimeter;whiteSpace=wrap;html=1;align=center;" value="Относиться" vertex="1">
          <mxGeometry height="50" width="100" x="-270" y="240" as="geometry" />
        </mxCell>
        <mxCell id="hsjFoKebRktLXEpQ3dCS-26" edge="1" parent="1" source="K_P6Ighx77Cm5eVgsR0t-24" style="edgeStyle=orthogonalEdgeStyle;rounded=0;orthogonalLoop=1;jettySize=auto;html=1;exitX=1;exitY=0.5;exitDx=0;exitDy=0;entryX=0.5;entryY=1;entryDx=0;entryDy=0;endArrow=ERone;endFill=0;startArrow=ERoneToMany;startFill=0;" target="hsjFoKebRktLXEpQ3dCS-25" value="">
          <mxGeometry relative="1" as="geometry">
            <Array as="points">
              <mxPoint x="-280" y="525" />
            </Array>
            <mxPoint x="-340" y="525" as="sourcePoint" />
            <mxPoint x="-110" y="315" as="targetPoint" />
          </mxGeometry>
        </mxCell>
        <mxCell id="hsjFoKebRktLXEpQ3dCS-25" parent="1" style="shape=rhombus;perimeter=rhombusPerimeter;whiteSpace=wrap;html=1;align=center;" value="Содержит" vertex="1">
          <mxGeometry height="50" width="100" x="-330" y="380" as="geometry" />
        </mxCell>
        <mxCell id="hsjFoKebRktLXEpQ3dCS-30" edge="1" parent="1" source="K_P6Ighx77Cm5eVgsR0t-9" style="edgeStyle=orthogonalEdgeStyle;rounded=0;orthogonalLoop=1;jettySize=auto;html=1;exitX=1;exitY=0.5;exitDx=0;exitDy=0;entryX=0;entryY=0.5;entryDx=0;entryDy=0;startArrow=ERone;startFill=0;endArrow=ERoneToMany;endFill=0;" target="hsjFoKebRktLXEpQ3dCS-29" value="">
          <mxGeometry relative="1" as="geometry">
            <mxPoint x="-340" y="495" as="sourcePoint" />
            <mxPoint x="-110" y="495" as="targetPoint" />
          </mxGeometry>
        </mxCell>
        <mxCell id="hsjFoKebRktLXEpQ3dCS-29" parent="1" style="shape=rhombus;perimeter=rhombusPerimeter;whiteSpace=wrap;html=1;align=center;" value="Прикрепляется" vertex="1">
          <mxGeometry height="55" width="110" x="-200" y="467.5" as="geometry" />
        </mxCell>
      </root>
    </mxGraphModel>
  </diagram>
</mxfile>
